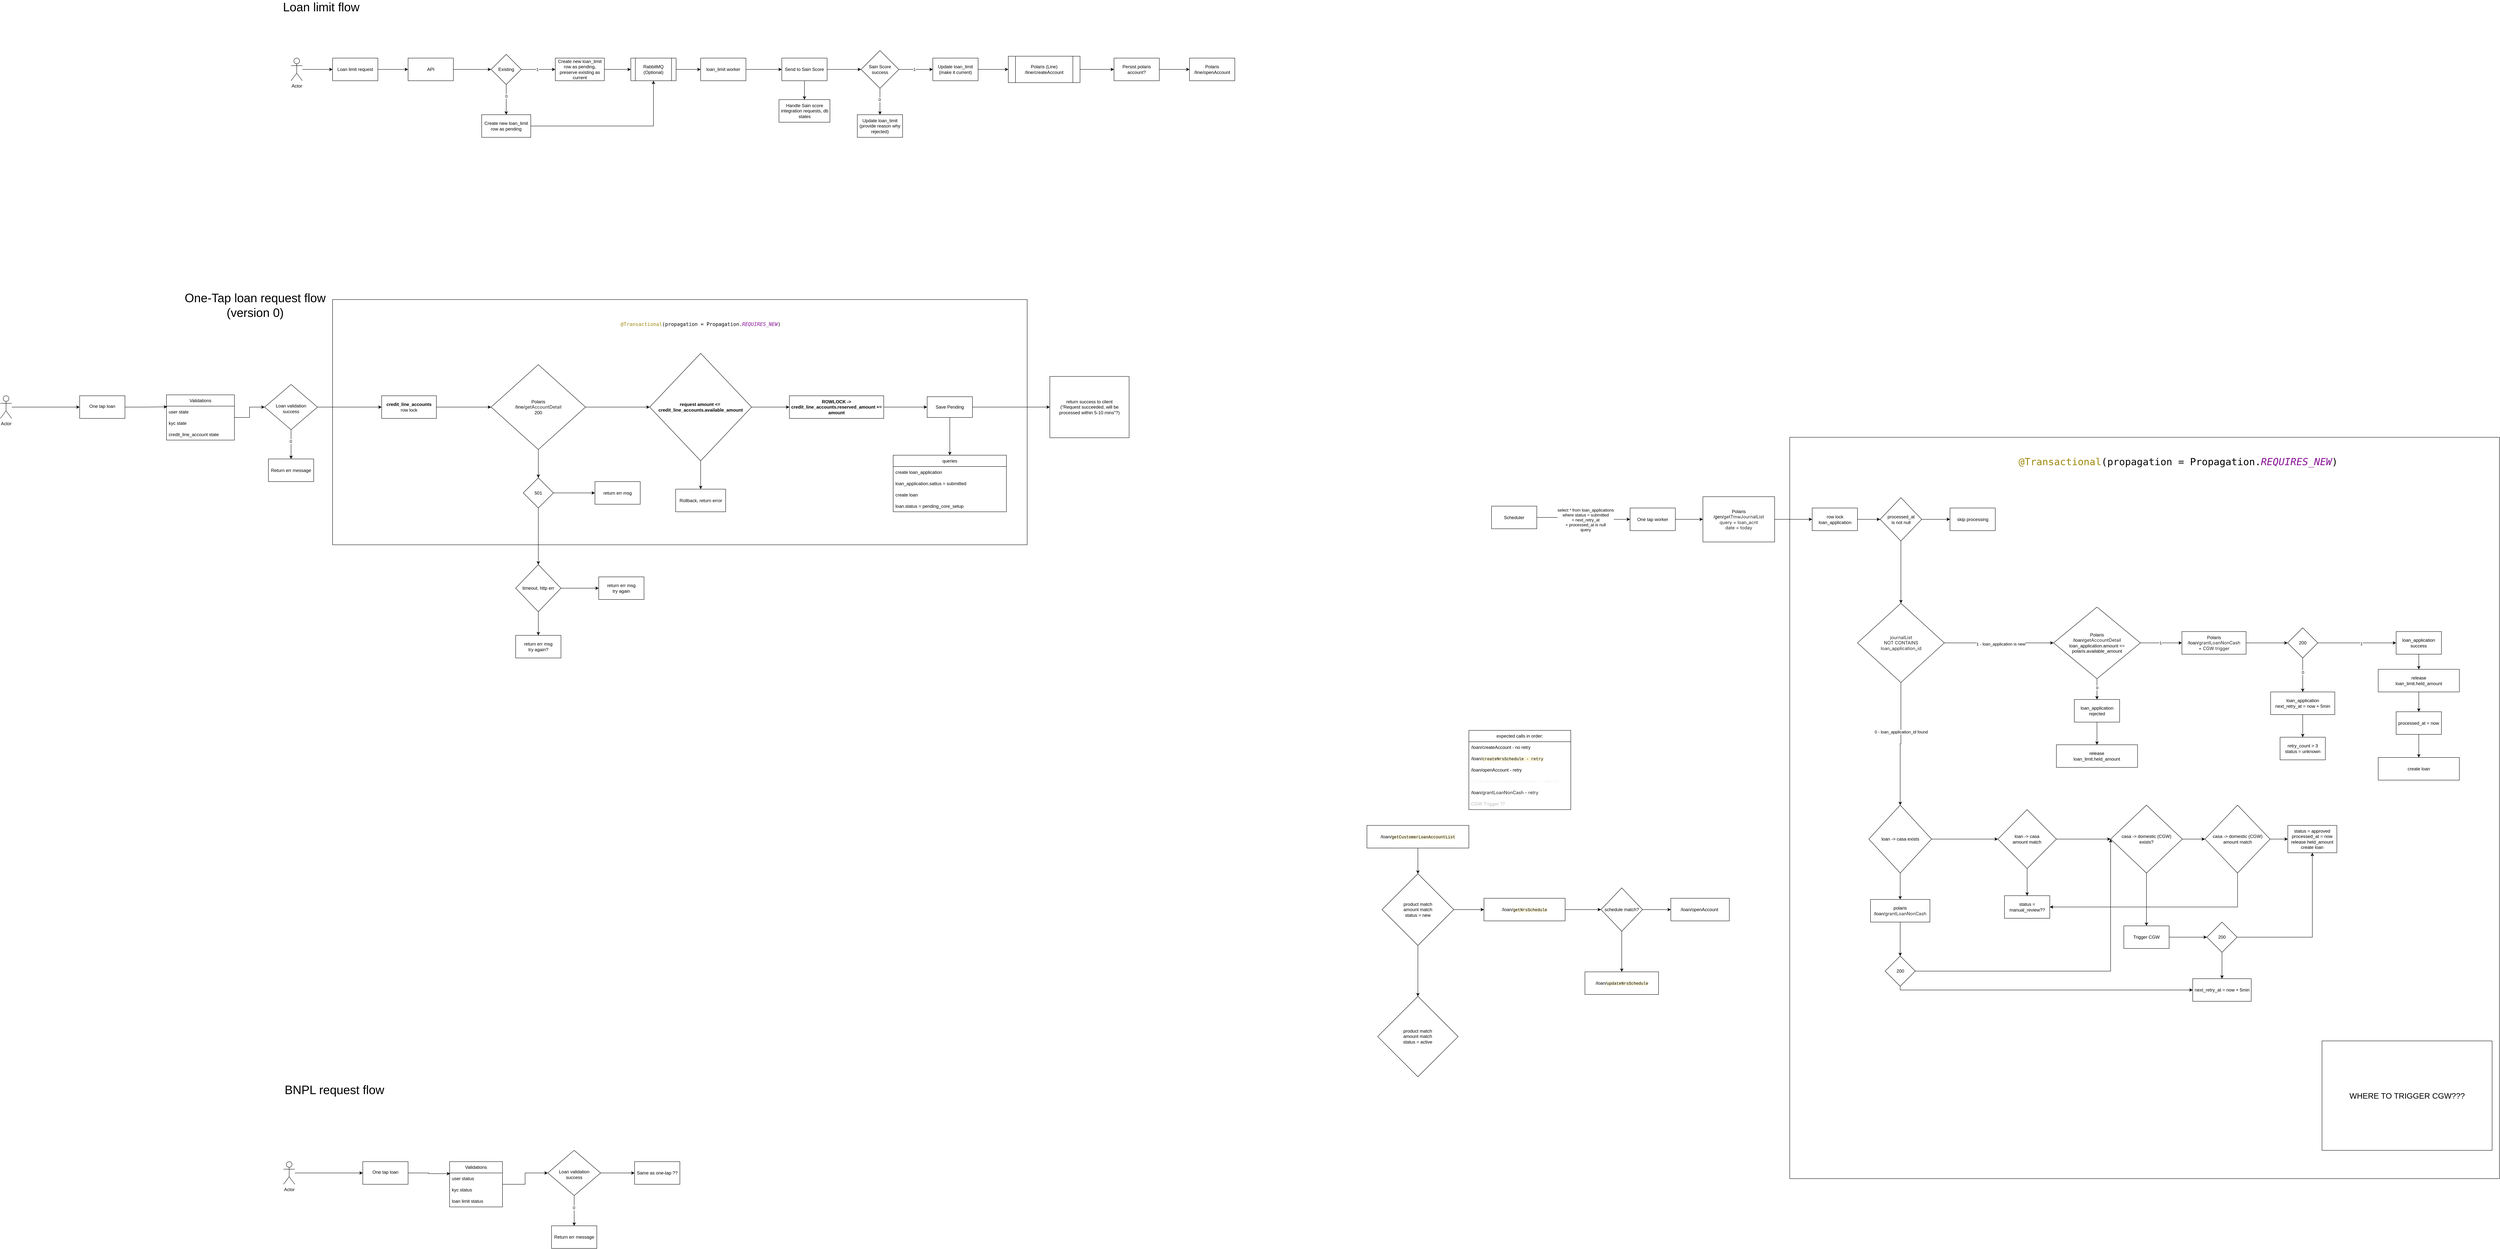
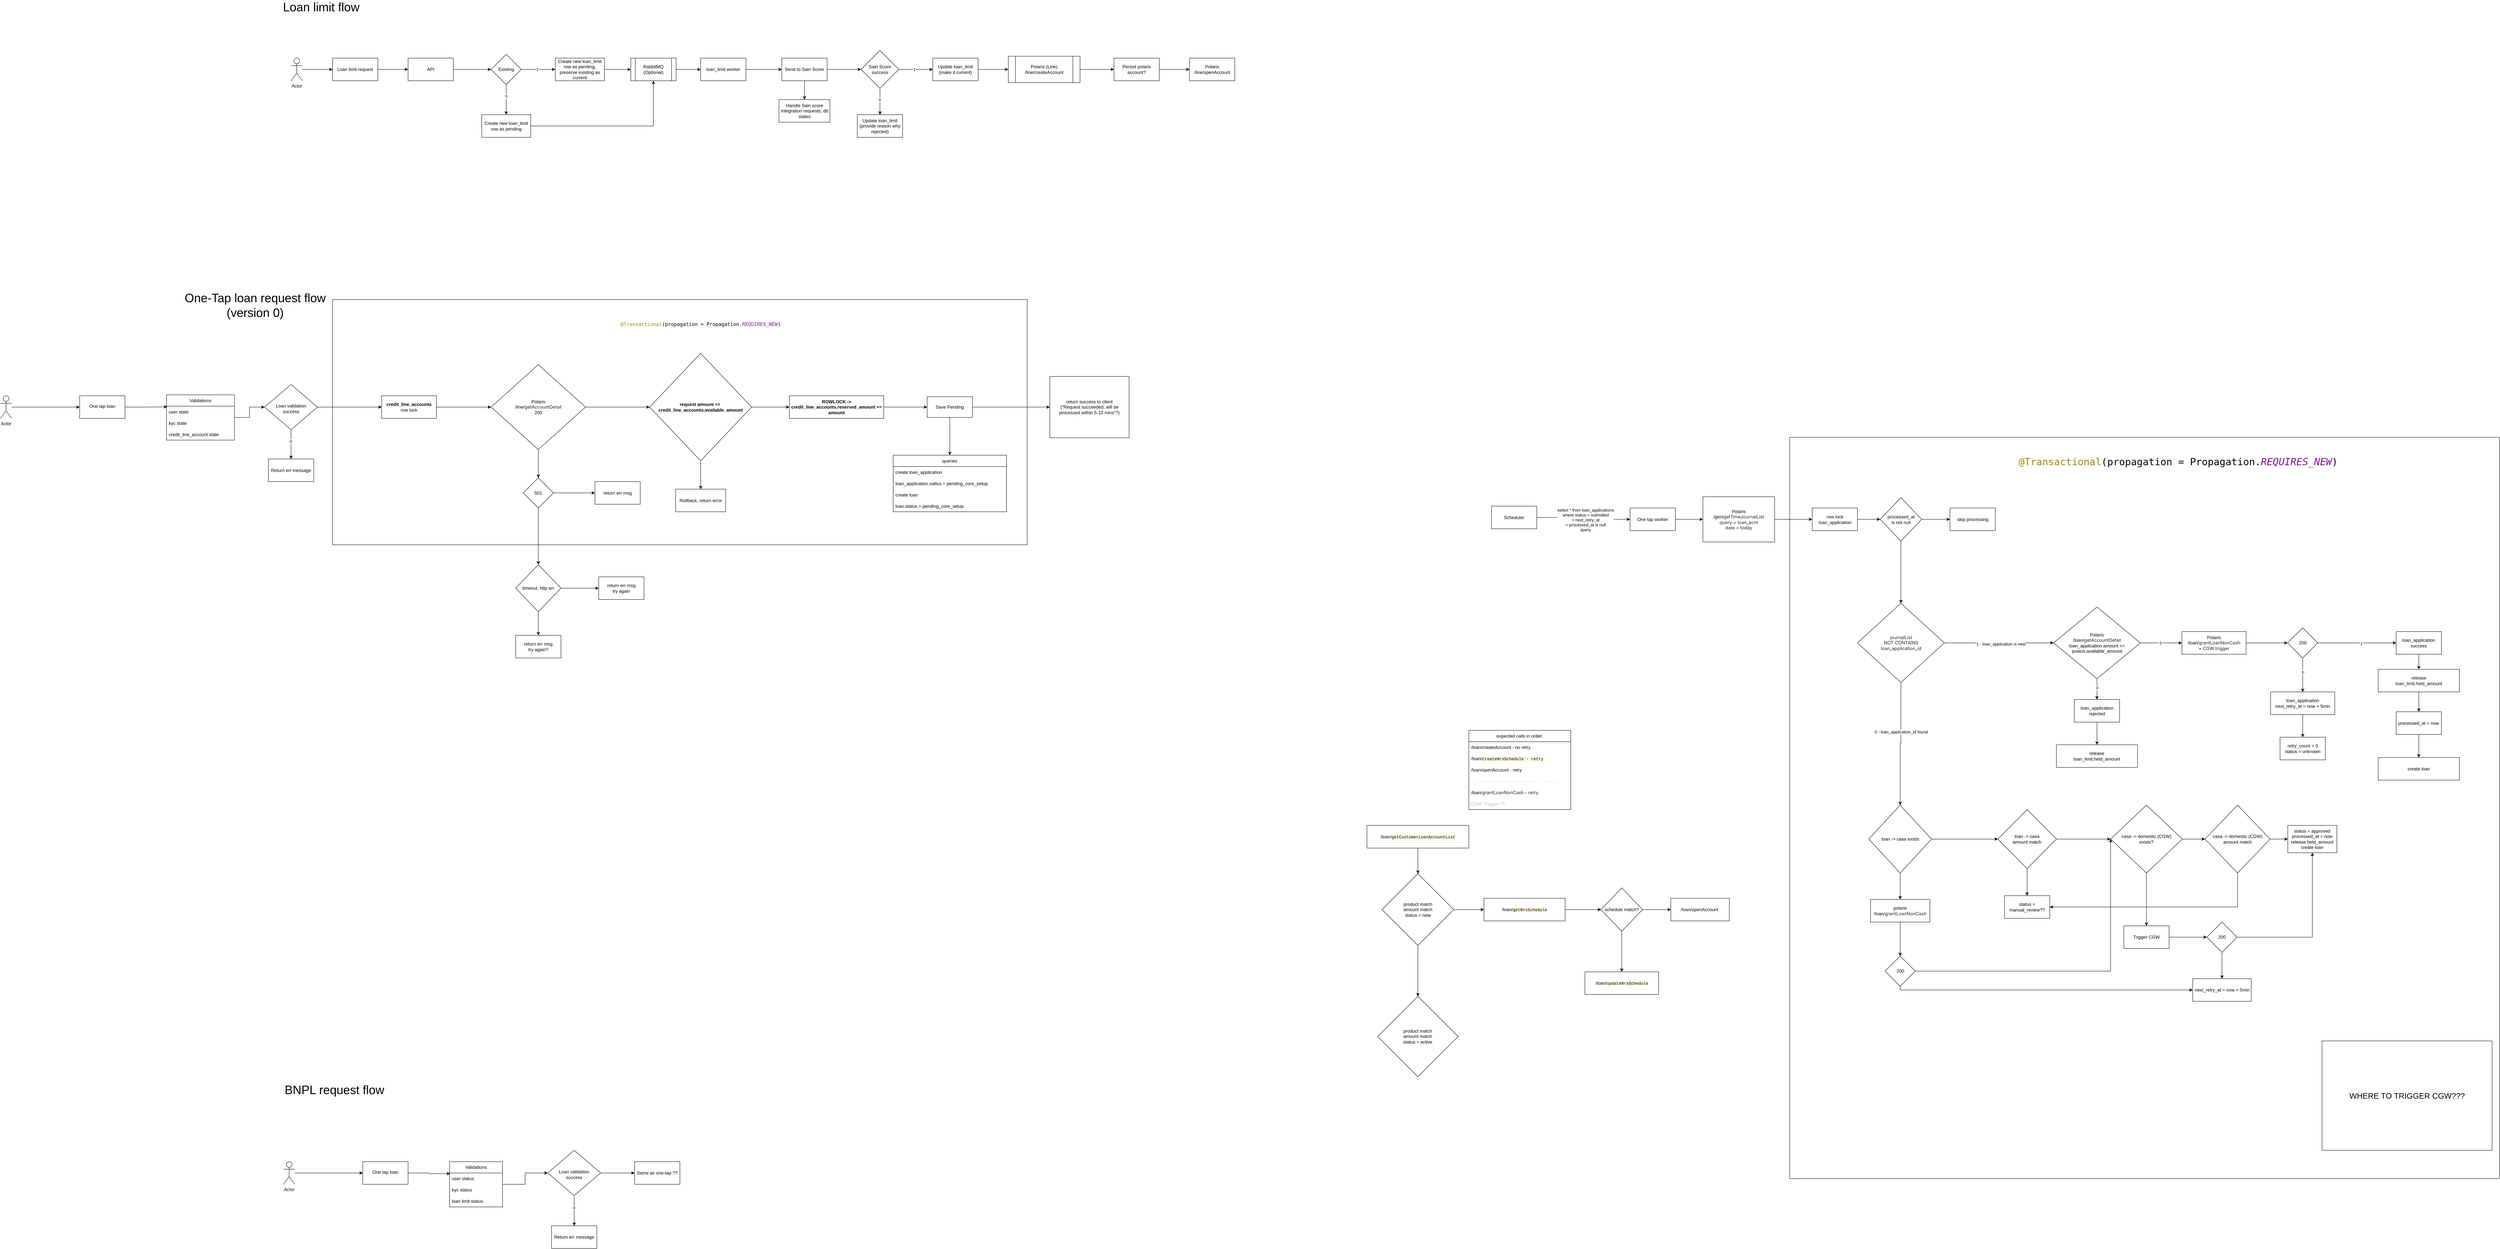
<mxfile host="app.diagrams.net">
  <diagram name="Page-1" id="VCBSuIh8bz7kurrQ0Zaz">
-     <mxGraphModel dx="2763" dy="1119" grid="1" gridSize="10" guides="1" tooltips="1" connect="1" arrows="1" fold="1" page="1" pageScale="1" pageWidth="850" pageHeight="1100" math="0" shadow="0">
+     <mxGraphModel dx="1966" dy="653" grid="1" gridSize="10" guides="1" tooltips="1" connect="1" arrows="1" fold="1" page="1" pageScale="1" pageWidth="850" pageHeight="1100" math="0" shadow="0">
      <root>
        <mxCell id="0" />
        <mxCell id="1" parent="0" />
        <mxCell id="In8fDh9ZLN2M87an2Miy-188" parent="1" style="rounded=0;whiteSpace=wrap;html=1;movable=0;resizable=0;rotatable=0;deletable=0;editable=0;locked=1;connectable=0;" value="" vertex="1">
          <mxGeometry height="1965" width="1880" x="4010" y="1215" as="geometry" />
        </mxCell>
        <mxCell id="In8fDh9ZLN2M87an2Miy-172" parent="1" style="rounded=0;whiteSpace=wrap;html=1;movable=0;resizable=0;rotatable=0;deletable=0;editable=0;locked=1;connectable=0;" value="" vertex="1">
          <mxGeometry height="650" width="1840" x="150" y="850" as="geometry" />
        </mxCell>
        <mxCell id="KqixbsF9o6dLofBvsG9t-5" edge="1" parent="1" source="KqixbsF9o6dLofBvsG9t-1" style="edgeStyle=orthogonalEdgeStyle;rounded=0;orthogonalLoop=1;jettySize=auto;html=1;" target="KqixbsF9o6dLofBvsG9t-4" value="">
          <mxGeometry relative="1" as="geometry" />
        </mxCell>
        <mxCell id="KqixbsF9o6dLofBvsG9t-1" parent="1" style="rounded=0;whiteSpace=wrap;html=1;" value="Loan limit request" vertex="1">
          <mxGeometry height="60" width="120" x="150" y="210" as="geometry" />
        </mxCell>
        <mxCell id="KqixbsF9o6dLofBvsG9t-3" edge="1" parent="1" source="KqixbsF9o6dLofBvsG9t-2" style="edgeStyle=orthogonalEdgeStyle;rounded=0;orthogonalLoop=1;jettySize=auto;html=1;" target="KqixbsF9o6dLofBvsG9t-1" value="">
          <mxGeometry relative="1" as="geometry" />
        </mxCell>
        <mxCell id="KqixbsF9o6dLofBvsG9t-2" parent="1" style="shape=umlActor;verticalLabelPosition=bottom;verticalAlign=top;html=1;outlineConnect=0;" value="Actor" vertex="1">
          <mxGeometry height="60" width="30" x="40" y="210" as="geometry" />
        </mxCell>
        <mxCell id="KqixbsF9o6dLofBvsG9t-9" edge="1" parent="1" source="KqixbsF9o6dLofBvsG9t-4" style="edgeStyle=orthogonalEdgeStyle;rounded=0;orthogonalLoop=1;jettySize=auto;html=1;" target="KqixbsF9o6dLofBvsG9t-8" value="">
          <mxGeometry relative="1" as="geometry" />
        </mxCell>
        <mxCell id="KqixbsF9o6dLofBvsG9t-4" parent="1" style="rounded=0;whiteSpace=wrap;html=1;" value="API" vertex="1">
          <mxGeometry height="60" width="120" x="350" y="210" as="geometry" />
        </mxCell>
        <mxCell id="KqixbsF9o6dLofBvsG9t-11" edge="1" parent="1" source="KqixbsF9o6dLofBvsG9t-8" style="edgeStyle=orthogonalEdgeStyle;rounded=0;orthogonalLoop=1;jettySize=auto;html=1;" target="KqixbsF9o6dLofBvsG9t-10" value="">
          <mxGeometry relative="1" as="geometry" />
        </mxCell>
        <mxCell id="KqixbsF9o6dLofBvsG9t-12" connectable="0" parent="KqixbsF9o6dLofBvsG9t-11" style="edgeLabel;html=1;align=center;verticalAlign=middle;resizable=0;points=[];" value="1" vertex="1">
          <mxGeometry relative="1" x="-0.079" as="geometry">
            <mxPoint as="offset" />
          </mxGeometry>
        </mxCell>
        <mxCell id="KqixbsF9o6dLofBvsG9t-14" edge="1" parent="1" source="KqixbsF9o6dLofBvsG9t-8" style="edgeStyle=orthogonalEdgeStyle;rounded=0;orthogonalLoop=1;jettySize=auto;html=1;" target="KqixbsF9o6dLofBvsG9t-13" value="">
          <mxGeometry relative="1" as="geometry" />
        </mxCell>
        <mxCell id="KqixbsF9o6dLofBvsG9t-15" connectable="0" parent="KqixbsF9o6dLofBvsG9t-14" style="edgeLabel;html=1;align=center;verticalAlign=middle;resizable=0;points=[];" value="0" vertex="1">
          <mxGeometry relative="1" x="-0.2407" as="geometry">
            <mxPoint as="offset" />
          </mxGeometry>
        </mxCell>
        <mxCell id="KqixbsF9o6dLofBvsG9t-8" parent="1" style="rhombus;whiteSpace=wrap;html=1;rounded=0;" value="Existing" vertex="1">
          <mxGeometry height="80" width="80" x="570" y="200" as="geometry" />
        </mxCell>
        <mxCell id="KqixbsF9o6dLofBvsG9t-23" edge="1" parent="1" source="KqixbsF9o6dLofBvsG9t-10" style="edgeStyle=orthogonalEdgeStyle;rounded=0;orthogonalLoop=1;jettySize=auto;html=1;" target="KqixbsF9o6dLofBvsG9t-22" value="">
          <mxGeometry relative="1" as="geometry" />
        </mxCell>
        <mxCell id="KqixbsF9o6dLofBvsG9t-10" parent="1" style="whiteSpace=wrap;html=1;rounded=0;" value="Create new loan_limit row as pending, preserve existing as current" vertex="1">
          <mxGeometry height="60" width="130" x="740" y="210" as="geometry" />
        </mxCell>
        <mxCell id="KqixbsF9o6dLofBvsG9t-26" edge="1" parent="1" source="KqixbsF9o6dLofBvsG9t-13" style="edgeStyle=orthogonalEdgeStyle;rounded=0;orthogonalLoop=1;jettySize=auto;html=1;entryX=0.5;entryY=1;entryDx=0;entryDy=0;" target="KqixbsF9o6dLofBvsG9t-22">
          <mxGeometry relative="1" as="geometry" />
        </mxCell>
        <mxCell id="KqixbsF9o6dLofBvsG9t-13" parent="1" style="whiteSpace=wrap;html=1;rounded=0;" value="Create new loan_limit row as pending" vertex="1">
          <mxGeometry height="60" width="130" x="545" y="360" as="geometry" />
        </mxCell>
        <mxCell id="KqixbsF9o6dLofBvsG9t-25" edge="1" parent="1" source="KqixbsF9o6dLofBvsG9t-22" style="edgeStyle=orthogonalEdgeStyle;rounded=0;orthogonalLoop=1;jettySize=auto;html=1;" target="KqixbsF9o6dLofBvsG9t-24" value="">
          <mxGeometry relative="1" as="geometry" />
        </mxCell>
        <mxCell id="KqixbsF9o6dLofBvsG9t-22" parent="1" style="shape=process;whiteSpace=wrap;html=1;backgroundOutline=1;rounded=0;" value="RabbitMQ (Optional)" vertex="1">
          <mxGeometry height="60" width="120" x="940" y="210" as="geometry" />
        </mxCell>
        <mxCell id="KqixbsF9o6dLofBvsG9t-28" edge="1" parent="1" source="KqixbsF9o6dLofBvsG9t-24" style="edgeStyle=orthogonalEdgeStyle;rounded=0;orthogonalLoop=1;jettySize=auto;html=1;" target="KqixbsF9o6dLofBvsG9t-27" value="">
          <mxGeometry relative="1" as="geometry" />
        </mxCell>
        <mxCell id="KqixbsF9o6dLofBvsG9t-24" parent="1" style="whiteSpace=wrap;html=1;rounded=0;" value="loan_limit worker" vertex="1">
          <mxGeometry height="60" width="120" x="1125" y="210" as="geometry" />
        </mxCell>
        <mxCell id="KqixbsF9o6dLofBvsG9t-30" edge="1" parent="1" source="KqixbsF9o6dLofBvsG9t-27" style="edgeStyle=orthogonalEdgeStyle;rounded=0;orthogonalLoop=1;jettySize=auto;html=1;" target="KqixbsF9o6dLofBvsG9t-29" value="">
          <mxGeometry relative="1" as="geometry" />
        </mxCell>
        <mxCell id="KqixbsF9o6dLofBvsG9t-38" edge="1" parent="1" source="KqixbsF9o6dLofBvsG9t-27" style="edgeStyle=orthogonalEdgeStyle;rounded=0;orthogonalLoop=1;jettySize=auto;html=1;" target="KqixbsF9o6dLofBvsG9t-37" value="">
          <mxGeometry relative="1" as="geometry" />
        </mxCell>
        <mxCell id="KqixbsF9o6dLofBvsG9t-27" parent="1" style="whiteSpace=wrap;html=1;rounded=0;" value="Send to Sain Score" vertex="1">
          <mxGeometry height="60" width="120" x="1340" y="210" as="geometry" />
        </mxCell>
        <mxCell id="KqixbsF9o6dLofBvsG9t-32" edge="1" parent="1" source="KqixbsF9o6dLofBvsG9t-29" style="edgeStyle=orthogonalEdgeStyle;rounded=0;orthogonalLoop=1;jettySize=auto;html=1;" target="KqixbsF9o6dLofBvsG9t-31" value="">
          <mxGeometry relative="1" as="geometry" />
        </mxCell>
        <mxCell id="KqixbsF9o6dLofBvsG9t-33" connectable="0" parent="KqixbsF9o6dLofBvsG9t-32" style="edgeLabel;html=1;align=center;verticalAlign=middle;resizable=0;points=[];" value="1" vertex="1">
          <mxGeometry relative="1" x="-0.1048" as="geometry">
            <mxPoint as="offset" />
          </mxGeometry>
        </mxCell>
        <mxCell id="KqixbsF9o6dLofBvsG9t-35" edge="1" parent="1" source="KqixbsF9o6dLofBvsG9t-29" style="edgeStyle=orthogonalEdgeStyle;rounded=0;orthogonalLoop=1;jettySize=auto;html=1;" target="KqixbsF9o6dLofBvsG9t-34" value="">
          <mxGeometry relative="1" as="geometry" />
        </mxCell>
        <mxCell id="KqixbsF9o6dLofBvsG9t-36" connectable="0" parent="KqixbsF9o6dLofBvsG9t-35" style="edgeLabel;html=1;align=center;verticalAlign=middle;resizable=0;points=[];" value="0" vertex="1">
          <mxGeometry relative="1" x="-0.1429" y="-1" as="geometry">
            <mxPoint as="offset" />
          </mxGeometry>
        </mxCell>
        <mxCell id="KqixbsF9o6dLofBvsG9t-29" parent="1" style="rhombus;whiteSpace=wrap;html=1;rounded=0;" value="Sain Score success" vertex="1">
          <mxGeometry height="100" width="100" x="1550" y="190" as="geometry" />
        </mxCell>
        <mxCell id="KqixbsF9o6dLofBvsG9t-66" edge="1" parent="1" source="KqixbsF9o6dLofBvsG9t-31" style="edgeStyle=orthogonalEdgeStyle;rounded=0;orthogonalLoop=1;jettySize=auto;html=1;" target="KqixbsF9o6dLofBvsG9t-65" value="">
          <mxGeometry relative="1" as="geometry" />
        </mxCell>
        <mxCell id="KqixbsF9o6dLofBvsG9t-31" parent="1" style="whiteSpace=wrap;html=1;rounded=0;" value="Update loan_limit (make it current)" vertex="1">
          <mxGeometry height="60" width="120" x="1740" y="210" as="geometry" />
        </mxCell>
        <mxCell id="KqixbsF9o6dLofBvsG9t-34" parent="1" style="whiteSpace=wrap;html=1;rounded=0;" value="Update loan_limit&lt;br&gt;(provide reason why rejected)" vertex="1">
          <mxGeometry height="60" width="120" x="1540" y="360" as="geometry" />
        </mxCell>
        <mxCell id="KqixbsF9o6dLofBvsG9t-37" parent="1" style="whiteSpace=wrap;html=1;rounded=0;" value="Handle Sain score integration requests, db states" vertex="1">
          <mxGeometry height="60" width="135" x="1332.5" y="320" as="geometry" />
        </mxCell>
        <mxCell id="KqixbsF9o6dLofBvsG9t-40" parent="1" style="text;html=1;whiteSpace=wrap;strokeColor=none;fillColor=none;align=center;verticalAlign=middle;rounded=0;fontSize=32;" value="Loan limit flow" vertex="1">
          <mxGeometry height="30" width="260" x="-10" y="60" as="geometry" />
        </mxCell>
        <mxCell id="KqixbsF9o6dLofBvsG9t-74" edge="1" parent="1" source="KqixbsF9o6dLofBvsG9t-65" style="edgeStyle=orthogonalEdgeStyle;rounded=0;orthogonalLoop=1;jettySize=auto;html=1;" target="KqixbsF9o6dLofBvsG9t-73" value="">
          <mxGeometry relative="1" as="geometry" />
        </mxCell>
        <mxCell id="KqixbsF9o6dLofBvsG9t-65" parent="1" style="shape=process;whiteSpace=wrap;html=1;backgroundOutline=1;rounded=0;" value="Polaris (Line)&lt;br&gt;/line/createAccount" vertex="1">
          <mxGeometry height="70" width="190" x="1940" y="205" as="geometry" />
        </mxCell>
        <mxCell id="P7TJZT1PVnBYbLh7lMs1-4" edge="1" parent="1" source="KqixbsF9o6dLofBvsG9t-73" style="edgeStyle=orthogonalEdgeStyle;rounded=0;orthogonalLoop=1;jettySize=auto;html=1;" target="P7TJZT1PVnBYbLh7lMs1-3" value="">
          <mxGeometry relative="1" as="geometry" />
        </mxCell>
        <mxCell id="KqixbsF9o6dLofBvsG9t-73" parent="1" style="whiteSpace=wrap;html=1;rounded=0;" value="Persist polaris account?" vertex="1">
          <mxGeometry height="60" width="120" x="2220" y="210" as="geometry" />
        </mxCell>
        <mxCell id="U8Ajh8Gpa-m2DNKNFQys-1" parent="1" style="text;html=1;whiteSpace=wrap;strokeColor=none;fillColor=none;align=center;verticalAlign=middle;rounded=0;fontSize=32;" value="One-Tap loan request flow (version 0)" vertex="1">
          <mxGeometry height="30" width="470" x="-290" y="850" as="geometry" />
        </mxCell>
        <mxCell id="In8fDh9ZLN2M87an2Miy-1" edge="1" parent="1" source="In8fDh9ZLN2M87an2Miy-2" style="edgeStyle=orthogonalEdgeStyle;rounded=0;orthogonalLoop=1;jettySize=auto;html=1;" target="In8fDh9ZLN2M87an2Miy-4" value="">
          <mxGeometry relative="1" as="geometry" />
        </mxCell>
        <mxCell id="In8fDh9ZLN2M87an2Miy-2" parent="1" style="shape=umlActor;verticalLabelPosition=bottom;verticalAlign=top;html=1;outlineConnect=0;" value="Actor" vertex="1">
          <mxGeometry height="60" width="30" x="-730" y="1105" as="geometry" />
        </mxCell>
        <mxCell id="In8fDh9ZLN2M87an2Miy-3" edge="1" parent="1" source="In8fDh9ZLN2M87an2Miy-4" style="edgeStyle=orthogonalEdgeStyle;rounded=0;orthogonalLoop=1;jettySize=auto;html=1;entryX=0.011;entryY=0.06;entryDx=0;entryDy=0;entryPerimeter=0;" target="In8fDh9ZLN2M87an2Miy-28" value="">
          <mxGeometry relative="1" as="geometry">
            <mxPoint x="-310" y="1132.5" as="targetPoint" />
          </mxGeometry>
        </mxCell>
        <mxCell id="In8fDh9ZLN2M87an2Miy-4" parent="1" style="whiteSpace=wrap;html=1;verticalAlign=top;" value="&lt;div&gt;&lt;br&gt;&lt;/div&gt;&lt;div&gt;One tap loan&lt;/div&gt;" vertex="1">
          <mxGeometry height="60" width="120" x="-520" y="1105" as="geometry" />
        </mxCell>
        <mxCell id="In8fDh9ZLN2M87an2Miy-7" edge="1" parent="1" source="In8fDh9ZLN2M87an2Miy-9" style="edgeStyle=orthogonalEdgeStyle;rounded=0;orthogonalLoop=1;jettySize=auto;html=1;" target="In8fDh9ZLN2M87an2Miy-13" value="">
          <mxGeometry relative="1" as="geometry" />
        </mxCell>
        <mxCell id="In8fDh9ZLN2M87an2Miy-8" connectable="0" parent="In8fDh9ZLN2M87an2Miy-7" style="edgeLabel;html=1;align=center;verticalAlign=middle;resizable=0;points=[];" value="0" vertex="1">
          <mxGeometry relative="1" x="-0.2091" y="-1" as="geometry">
            <mxPoint as="offset" />
          </mxGeometry>
        </mxCell>
        <mxCell id="P7TJZT1PVnBYbLh7lMs1-36" edge="1" parent="1" source="In8fDh9ZLN2M87an2Miy-9" style="edgeStyle=orthogonalEdgeStyle;rounded=0;orthogonalLoop=1;jettySize=auto;html=1;entryX=0;entryY=0.5;entryDx=0;entryDy=0;" target="In8fDh9ZLN2M87an2Miy-161">
          <mxGeometry relative="1" as="geometry" />
        </mxCell>
        <mxCell id="In8fDh9ZLN2M87an2Miy-9" parent="1" style="rhombus;whiteSpace=wrap;html=1;verticalAlign=top;" value="&lt;br&gt;&lt;br&gt;&lt;div&gt;&lt;br&gt;&lt;/div&gt;&lt;div&gt;Loan validation&lt;br&gt;success&lt;/div&gt;" vertex="1">
          <mxGeometry height="120" width="140" x="-30" y="1075" as="geometry" />
        </mxCell>
        <mxCell id="In8fDh9ZLN2M87an2Miy-10" edge="1" parent="1" source="In8fDh9ZLN2M87an2Miy-12" style="edgeStyle=orthogonalEdgeStyle;rounded=0;orthogonalLoop=1;jettySize=auto;html=1;entryX=0.5;entryY=0;entryDx=0;entryDy=0;" target="In8fDh9ZLN2M87an2Miy-14">
          <mxGeometry relative="1" as="geometry" />
        </mxCell>
        <mxCell id="In8fDh9ZLN2M87an2Miy-54" edge="1" parent="1" source="In8fDh9ZLN2M87an2Miy-105" style="edgeStyle=orthogonalEdgeStyle;rounded=0;orthogonalLoop=1;jettySize=auto;html=1;exitX=1;exitY=0.5;exitDx=0;exitDy=0;" target="In8fDh9ZLN2M87an2Miy-53" value="">
          <mxGeometry relative="1" as="geometry">
            <mxPoint x="3329.5" y="1432.5" as="sourcePoint" />
          </mxGeometry>
        </mxCell>
        <mxCell id="In8fDh9ZLN2M87an2Miy-55" connectable="0" parent="In8fDh9ZLN2M87an2Miy-54" style="edgeLabel;html=1;align=center;verticalAlign=middle;resizable=0;points=[];" value="select * from loan_applications&lt;br&gt;where status = submitted&lt;br&gt;+ next_retry_at&lt;br&gt;+ processed_at is null&lt;br&gt;query" vertex="1">
          <mxGeometry relative="1" x="0.0637" y="-1" as="geometry">
            <mxPoint as="offset" />
          </mxGeometry>
        </mxCell>
        <mxCell id="In8fDh9ZLN2M87an2Miy-246" edge="1" parent="1" source="In8fDh9ZLN2M87an2Miy-12" style="edgeStyle=orthogonalEdgeStyle;rounded=0;orthogonalLoop=1;jettySize=auto;html=1;entryX=0;entryY=0.5;entryDx=0;entryDy=0;" target="In8fDh9ZLN2M87an2Miy-185">
          <mxGeometry relative="1" as="geometry">
            <mxPoint x="2120" y="1137" as="targetPoint" />
          </mxGeometry>
        </mxCell>
        <mxCell id="In8fDh9ZLN2M87an2Miy-12" parent="1" style="whiteSpace=wrap;html=1;verticalAlign=middle;" value="Save Pending" vertex="1">
          <mxGeometry height="55" width="120" x="1725" y="1107.5" as="geometry" />
        </mxCell>
        <mxCell id="In8fDh9ZLN2M87an2Miy-13" parent="1" style="whiteSpace=wrap;html=1;verticalAlign=middle;" value="Return err message" vertex="1">
          <mxGeometry height="60" width="120" x="-20" y="1272.5" as="geometry" />
        </mxCell>
        <mxCell id="In8fDh9ZLN2M87an2Miy-14" parent="1" style="swimlane;fontStyle=0;childLayout=stackLayout;horizontal=1;startSize=30;horizontalStack=0;resizeParent=1;resizeParentMax=0;resizeLast=0;collapsible=1;marginBottom=0;whiteSpace=wrap;html=1;" value="queries" vertex="1">
          <mxGeometry height="150" width="300" x="1635" y="1262.5" as="geometry" />
        </mxCell>
        <mxCell id="In8fDh9ZLN2M87an2Miy-15" parent="In8fDh9ZLN2M87an2Miy-14" style="text;strokeColor=none;fillColor=none;align=left;verticalAlign=middle;spacingLeft=4;spacingRight=4;overflow=hidden;points=[[0,0.5],[1,0.5]];portConstraint=eastwest;rotatable=0;whiteSpace=wrap;html=1;" value="create loan_application" vertex="1">
          <mxGeometry height="30" width="300" y="30" as="geometry" />
        </mxCell>
-         <mxCell id="In8fDh9ZLN2M87an2Miy-104" parent="In8fDh9ZLN2M87an2Miy-14" style="text;strokeColor=none;fillColor=none;align=left;verticalAlign=middle;spacingLeft=4;spacingRight=4;overflow=hidden;points=[[0,0.5],[1,0.5]];portConstraint=eastwest;rotatable=0;whiteSpace=wrap;html=1;" value="loan_application.sattus = submitted" vertex="1">
+         <mxCell id="In8fDh9ZLN2M87an2Miy-104" parent="In8fDh9ZLN2M87an2Miy-14" style="text;strokeColor=none;fillColor=none;align=left;verticalAlign=middle;spacingLeft=4;spacingRight=4;overflow=hidden;points=[[0,0.5],[1,0.5]];portConstraint=eastwest;rotatable=0;whiteSpace=wrap;html=1;" value="loan_application.sattus = pending_core_setup" vertex="1">
          <mxGeometry height="30" width="300" y="60" as="geometry" />
        </mxCell>
        <mxCell id="In8fDh9ZLN2M87an2Miy-17" parent="In8fDh9ZLN2M87an2Miy-14" style="text;strokeColor=none;fillColor=none;align=left;verticalAlign=middle;spacingLeft=4;spacingRight=4;overflow=hidden;points=[[0,0.5],[1,0.5]];portConstraint=eastwest;rotatable=0;whiteSpace=wrap;html=1;" value="create loan" vertex="1">
          <mxGeometry height="30" width="300" y="90" as="geometry" />
        </mxCell>
        <mxCell id="P7TJZT1PVnBYbLh7lMs1-40" parent="In8fDh9ZLN2M87an2Miy-14" style="text;strokeColor=none;fillColor=none;align=left;verticalAlign=middle;spacingLeft=4;spacingRight=4;overflow=hidden;points=[[0,0.5],[1,0.5]];portConstraint=eastwest;rotatable=0;whiteSpace=wrap;html=1;" value="loan.status = pending_core_setup" vertex="1">
          <mxGeometry height="30" width="300" y="120" as="geometry" />
        </mxCell>
        <mxCell id="In8fDh9ZLN2M87an2Miy-32" edge="1" parent="1" source="In8fDh9ZLN2M87an2Miy-27" style="edgeStyle=orthogonalEdgeStyle;rounded=0;orthogonalLoop=1;jettySize=auto;html=1;entryX=0;entryY=0.5;entryDx=0;entryDy=0;" target="In8fDh9ZLN2M87an2Miy-9">
          <mxGeometry relative="1" as="geometry" />
        </mxCell>
        <mxCell id="In8fDh9ZLN2M87an2Miy-27" parent="1" style="swimlane;fontStyle=0;childLayout=stackLayout;horizontal=1;startSize=30;horizontalStack=0;resizeParent=1;resizeParentMax=0;resizeLast=0;collapsible=1;marginBottom=0;whiteSpace=wrap;html=1;" value="Validations" vertex="1">
          <mxGeometry height="120" width="180" x="-290" y="1102.5" as="geometry" />
        </mxCell>
        <mxCell id="In8fDh9ZLN2M87an2Miy-28" parent="In8fDh9ZLN2M87an2Miy-27" style="text;strokeColor=none;fillColor=none;align=left;verticalAlign=middle;spacingLeft=4;spacingRight=4;overflow=hidden;points=[[0,0.5],[1,0.5]];portConstraint=eastwest;rotatable=0;whiteSpace=wrap;html=1;" value="user state" vertex="1">
          <mxGeometry height="30" width="180" y="30" as="geometry" />
        </mxCell>
        <mxCell id="In8fDh9ZLN2M87an2Miy-29" parent="In8fDh9ZLN2M87an2Miy-27" style="text;strokeColor=none;fillColor=none;align=left;verticalAlign=middle;spacingLeft=4;spacingRight=4;overflow=hidden;points=[[0,0.5],[1,0.5]];portConstraint=eastwest;rotatable=0;whiteSpace=wrap;html=1;" value="kyc state" vertex="1">
          <mxGeometry height="30" width="180" y="60" as="geometry" />
        </mxCell>
        <mxCell id="In8fDh9ZLN2M87an2Miy-33" parent="In8fDh9ZLN2M87an2Miy-27" style="text;strokeColor=none;fillColor=none;align=left;verticalAlign=middle;spacingLeft=4;spacingRight=4;overflow=hidden;points=[[0,0.5],[1,0.5]];portConstraint=eastwest;rotatable=0;whiteSpace=wrap;html=1;" value="credit_line_account state" vertex="1">
          <mxGeometry height="30" width="180" y="90" as="geometry" />
        </mxCell>
        <mxCell id="In8fDh9ZLN2M87an2Miy-116" edge="1" parent="1" source="In8fDh9ZLN2M87an2Miy-53" style="edgeStyle=orthogonalEdgeStyle;rounded=0;orthogonalLoop=1;jettySize=auto;html=1;entryX=0;entryY=0.5;entryDx=0;entryDy=0;" target="In8fDh9ZLN2M87an2Miy-68">
          <mxGeometry relative="1" as="geometry" />
        </mxCell>
        <mxCell id="In8fDh9ZLN2M87an2Miy-53" parent="1" style="whiteSpace=wrap;html=1;" value="One tap worker" vertex="1">
          <mxGeometry height="60" width="120" x="3587" y="1402.5" as="geometry" />
        </mxCell>
        <mxCell id="In8fDh9ZLN2M87an2Miy-67" edge="1" parent="1" source="In8fDh9ZLN2M87an2Miy-58" style="edgeStyle=orthogonalEdgeStyle;rounded=0;orthogonalLoop=1;jettySize=auto;html=1;entryX=0;entryY=0.5;entryDx=0;entryDy=0;" target="In8fDh9ZLN2M87an2Miy-66" value="">
          <mxGeometry relative="1" as="geometry">
            <mxPoint x="5343.87" y="1760" as="targetPoint" />
          </mxGeometry>
        </mxCell>
        <mxCell id="In8fDh9ZLN2M87an2Miy-58" parent="1" style="whiteSpace=wrap;html=1;" value="Polaris /loan/&lt;span style=&quot;color: rgb(33, 33, 33); font-family: Inter, system-ui, -apple-system, &amp;quot;system-ui&amp;quot;, &amp;quot;Segoe UI&amp;quot;, Roboto, Oxygen, Ubuntu, Cantarell, &amp;quot;Fira Sans&amp;quot;, &amp;quot;Droid Sans&amp;quot;, Helvetica, Arial, sans-serif; text-align: left; white-space: pre-wrap; background-color: rgb(255, 255, 255);&quot;&gt;grantLoanNonCash&lt;br/&gt;+ CGW trigger&lt;/span&gt;" vertex="1">
          <mxGeometry height="60" width="170" x="5048.87" y="1730" as="geometry" />
        </mxCell>
        <mxCell id="In8fDh9ZLN2M87an2Miy-62" edge="1" parent="1" source="In8fDh9ZLN2M87an2Miy-59" style="edgeStyle=orthogonalEdgeStyle;rounded=0;orthogonalLoop=1;jettySize=auto;html=1;" target="In8fDh9ZLN2M87an2Miy-61" value="">
          <mxGeometry relative="1" as="geometry" />
        </mxCell>
        <mxCell id="In8fDh9ZLN2M87an2Miy-91" connectable="0" parent="In8fDh9ZLN2M87an2Miy-62" style="edgeLabel;html=1;align=center;verticalAlign=middle;resizable=0;points=[];" value="0" vertex="1">
          <mxGeometry relative="1" x="-0.1431" as="geometry">
            <mxPoint as="offset" />
          </mxGeometry>
        </mxCell>
        <mxCell id="In8fDh9ZLN2M87an2Miy-65" edge="1" parent="1" source="In8fDh9ZLN2M87an2Miy-59" style="edgeStyle=orthogonalEdgeStyle;rounded=0;orthogonalLoop=1;jettySize=auto;html=1;" target="In8fDh9ZLN2M87an2Miy-58">
          <mxGeometry relative="1" as="geometry" />
        </mxCell>
        <mxCell id="In8fDh9ZLN2M87an2Miy-90" connectable="0" parent="In8fDh9ZLN2M87an2Miy-65" style="edgeLabel;html=1;align=center;verticalAlign=middle;resizable=0;points=[];" value="1" vertex="1">
          <mxGeometry relative="1" x="-0.0451" as="geometry">
            <mxPoint as="offset" />
          </mxGeometry>
        </mxCell>
        <mxCell id="In8fDh9ZLN2M87an2Miy-59" parent="1" style="rhombus;whiteSpace=wrap;html=1;" value="Polaris&lt;br&gt;/loan/&lt;span style=&quot;color: rgb(33, 33, 33); font-family: Inter, system-ui, -apple-system, &amp;quot;system-ui&amp;quot;, &amp;quot;Segoe UI&amp;quot;, Roboto, Oxygen, Ubuntu, Cantarell, &amp;quot;Fira Sans&amp;quot;, &amp;quot;Droid Sans&amp;quot;, Helvetica, Arial, sans-serif; text-align: left; white-space: pre-wrap; background-color: rgb(255, 255, 255);&quot;&gt;getAccountDetail&lt;/span&gt;&lt;br&gt;loan_application.amount &amp;lt;= polaris.available_amount" vertex="1">
          <mxGeometry height="190" width="230" x="4708.87" y="1665" as="geometry" />
        </mxCell>
        <mxCell id="In8fDh9ZLN2M87an2Miy-64" edge="1" parent="1" source="In8fDh9ZLN2M87an2Miy-61" style="edgeStyle=orthogonalEdgeStyle;rounded=0;orthogonalLoop=1;jettySize=auto;html=1;" target="In8fDh9ZLN2M87an2Miy-63" value="">
          <mxGeometry relative="1" as="geometry" />
        </mxCell>
        <mxCell id="In8fDh9ZLN2M87an2Miy-61" parent="1" style="whiteSpace=wrap;html=1;" value="loan_application&lt;br&gt;rejected" vertex="1">
          <mxGeometry height="60" width="120" x="4763.87" y="1910" as="geometry" />
        </mxCell>
        <mxCell id="In8fDh9ZLN2M87an2Miy-63" parent="1" style="whiteSpace=wrap;html=1;" value="release &lt;br&gt;loan_limit.held_amount" vertex="1">
          <mxGeometry height="60" width="215" x="4716.37" y="2030" as="geometry" />
        </mxCell>
        <mxCell id="In8fDh9ZLN2M87an2Miy-81" edge="1" parent="1" source="In8fDh9ZLN2M87an2Miy-66" style="edgeStyle=orthogonalEdgeStyle;rounded=0;orthogonalLoop=1;jettySize=auto;html=1;entryX=0;entryY=0.5;entryDx=0;entryDy=0;" target="In8fDh9ZLN2M87an2Miy-79">
          <mxGeometry relative="1" as="geometry" />
        </mxCell>
        <mxCell id="In8fDh9ZLN2M87an2Miy-92" connectable="0" parent="In8fDh9ZLN2M87an2Miy-81" style="edgeLabel;html=1;align=center;verticalAlign=middle;resizable=0;points=[];" value="1" vertex="1">
          <mxGeometry relative="1" x="0.1055" y="-2" as="geometry">
            <mxPoint as="offset" />
          </mxGeometry>
        </mxCell>
        <mxCell id="In8fDh9ZLN2M87an2Miy-83" edge="1" parent="1" source="In8fDh9ZLN2M87an2Miy-66" style="edgeStyle=orthogonalEdgeStyle;rounded=0;orthogonalLoop=1;jettySize=auto;html=1;" target="In8fDh9ZLN2M87an2Miy-82" value="">
          <mxGeometry relative="1" as="geometry" />
        </mxCell>
        <mxCell id="In8fDh9ZLN2M87an2Miy-93" connectable="0" parent="In8fDh9ZLN2M87an2Miy-83" style="edgeLabel;html=1;align=center;verticalAlign=middle;resizable=0;points=[];" value="0" vertex="1">
          <mxGeometry relative="1" x="-0.1623" as="geometry">
            <mxPoint as="offset" />
          </mxGeometry>
        </mxCell>
        <mxCell id="In8fDh9ZLN2M87an2Miy-66" parent="1" style="rhombus;whiteSpace=wrap;html=1;" value="200" vertex="1">
          <mxGeometry height="80" width="80" x="5328.87" y="1720" as="geometry" />
        </mxCell>
        <mxCell id="In8fDh9ZLN2M87an2Miy-119" edge="1" parent="1" source="In8fDh9ZLN2M87an2Miy-68" style="edgeStyle=orthogonalEdgeStyle;rounded=0;orthogonalLoop=1;jettySize=auto;html=1;" target="In8fDh9ZLN2M87an2Miy-118" value="">
          <mxGeometry relative="1" as="geometry" />
        </mxCell>
        <mxCell id="In8fDh9ZLN2M87an2Miy-68" parent="1" style="whiteSpace=wrap;html=1;" value="Polaris&lt;br&gt;/gen/&lt;span style=&quot;white-space: pre-wrap; color: rgb(33, 33, 33); font-family: Inter, system-ui, -apple-system, &amp;quot;system-ui&amp;quot;, &amp;quot;Segoe UI&amp;quot;, Roboto, Oxygen, Ubuntu, Cantarell, &amp;quot;Fira Sans&amp;quot;, &amp;quot;Droid Sans&amp;quot;, Helvetica, Arial, sans-serif; text-align: left; background-color: rgb(255, 255, 255);&quot;&gt;getTmwJournalList&lt;br&gt;query = loan_acnt&lt;br/&gt;date = today&lt;/span&gt;" vertex="1">
          <mxGeometry height="120" width="190" x="3780" y="1372.5" as="geometry" />
        </mxCell>
        <mxCell id="In8fDh9ZLN2M87an2Miy-71" edge="1" parent="1" source="In8fDh9ZLN2M87an2Miy-69" style="edgeStyle=orthogonalEdgeStyle;rounded=0;orthogonalLoop=1;jettySize=auto;html=1;entryX=0;entryY=0.5;entryDx=0;entryDy=0;" target="In8fDh9ZLN2M87an2Miy-59">
          <mxGeometry relative="1" as="geometry" />
        </mxCell>
        <mxCell id="In8fDh9ZLN2M87an2Miy-77" connectable="0" parent="In8fDh9ZLN2M87an2Miy-71" style="edgeLabel;html=1;align=center;verticalAlign=middle;resizable=0;points=[];" value="1 - loan_application is new" vertex="1">
          <mxGeometry relative="1" x="0.0312" y="-3" as="geometry">
            <mxPoint as="offset" />
          </mxGeometry>
        </mxCell>
        <mxCell id="In8fDh9ZLN2M87an2Miy-73" edge="1" parent="1" source="In8fDh9ZLN2M87an2Miy-69" style="edgeStyle=orthogonalEdgeStyle;rounded=0;orthogonalLoop=1;jettySize=auto;html=1;entryX=0.5;entryY=0;entryDx=0;entryDy=0;" target="In8fDh9ZLN2M87an2Miy-111" value="">
          <mxGeometry relative="1" as="geometry">
            <mxPoint x="4303.87" y="1960" as="targetPoint" />
          </mxGeometry>
        </mxCell>
        <mxCell id="In8fDh9ZLN2M87an2Miy-74" connectable="0" parent="In8fDh9ZLN2M87an2Miy-73" style="edgeLabel;html=1;align=center;verticalAlign=middle;resizable=0;points=[];" value="0 - loan_application_id found" vertex="1">
          <mxGeometry relative="1" x="-0.1975" as="geometry">
            <mxPoint as="offset" />
          </mxGeometry>
        </mxCell>
        <mxCell id="In8fDh9ZLN2M87an2Miy-69" parent="1" style="rhombus;whiteSpace=wrap;html=1;verticalAlign=middle;" value="&lt;div style=&quot;text-align: center;&quot;&gt;&lt;span style=&quot;background-color: light-dark(rgb(255, 255, 255), rgb(18, 18, 18)); color: light-dark(rgb(33, 33, 33), rgb(209, 209, 209)); font-family: Inter, system-ui, -apple-system, &amp;quot;system-ui&amp;quot;, &amp;quot;Segoe UI&amp;quot;, Roboto, Oxygen, Ubuntu, Cantarell, &amp;quot;Fira Sans&amp;quot;, &amp;quot;Droid Sans&amp;quot;, Helvetica, Arial, sans-serif; text-align: left; white-space: pre-wrap;&quot;&gt;journalList&lt;br&gt;NOT CONTAINS&lt;/span&gt;&lt;/div&gt;&lt;span style=&quot;white-space: pre-wrap; color: rgb(33, 33, 33); font-family: Inter, system-ui, -apple-system, &amp;quot;system-ui&amp;quot;, &amp;quot;Segoe UI&amp;quot;, Roboto, Oxygen, Ubuntu, Cantarell, &amp;quot;Fira Sans&amp;quot;, &amp;quot;Droid Sans&amp;quot;, Helvetica, Arial, sans-serif; text-align: left; background-color: rgb(255, 255, 255);&quot;&gt;loan_application_id&lt;/span&gt;" vertex="1">
          <mxGeometry height="210" width="230" x="4189.5" y="1655" as="geometry" />
        </mxCell>
        <mxCell id="In8fDh9ZLN2M87an2Miy-78" edge="1" parent="1" source="In8fDh9ZLN2M87an2Miy-79" style="edgeStyle=orthogonalEdgeStyle;rounded=0;orthogonalLoop=1;jettySize=auto;html=1;" target="In8fDh9ZLN2M87an2Miy-80" value="">
          <mxGeometry relative="1" as="geometry" />
        </mxCell>
        <mxCell id="In8fDh9ZLN2M87an2Miy-79" parent="1" style="whiteSpace=wrap;html=1;" value="loan_application&lt;br&gt;success" vertex="1">
          <mxGeometry height="60" width="120" x="5616.37" y="1730" as="geometry" />
        </mxCell>
        <mxCell id="In8fDh9ZLN2M87an2Miy-132" edge="1" parent="1" source="In8fDh9ZLN2M87an2Miy-80" style="edgeStyle=orthogonalEdgeStyle;rounded=0;orthogonalLoop=1;jettySize=auto;html=1;" target="In8fDh9ZLN2M87an2Miy-131" value="">
          <mxGeometry relative="1" as="geometry" />
        </mxCell>
        <mxCell id="In8fDh9ZLN2M87an2Miy-80" parent="1" style="whiteSpace=wrap;html=1;" value="release &lt;br&gt;loan_limit.held_amount" vertex="1">
          <mxGeometry height="60" width="215" x="5568.87" y="1830" as="geometry" />
        </mxCell>
        <mxCell id="In8fDh9ZLN2M87an2Miy-95" edge="1" parent="1" source="In8fDh9ZLN2M87an2Miy-82" style="edgeStyle=orthogonalEdgeStyle;rounded=0;orthogonalLoop=1;jettySize=auto;html=1;" target="In8fDh9ZLN2M87an2Miy-94" value="">
          <mxGeometry relative="1" as="geometry" />
        </mxCell>
        <mxCell id="In8fDh9ZLN2M87an2Miy-82" parent="1" style="whiteSpace=wrap;html=1;" value="loan_application&lt;br&gt;next_retry_at = now + 5min" vertex="1">
          <mxGeometry height="60" width="170" x="5283.87" y="1890" as="geometry" />
        </mxCell>
        <mxCell id="In8fDh9ZLN2M87an2Miy-88" parent="1" style="whiteSpace=wrap;html=1;" value="create loan" vertex="1">
          <mxGeometry height="60" width="215" x="5568.87" y="2063.75" as="geometry" />
        </mxCell>
        <mxCell id="In8fDh9ZLN2M87an2Miy-94" parent="1" style="whiteSpace=wrap;html=1;" value="retry_count &amp;gt; 3&lt;br&gt;status = unknown" vertex="1">
          <mxGeometry height="60" width="120" x="5308.87" y="2010" as="geometry" />
        </mxCell>
        <mxCell id="In8fDh9ZLN2M87an2Miy-105" parent="1" style="rounded=0;whiteSpace=wrap;html=1;" value="Scheduler" vertex="1">
          <mxGeometry height="60" width="120" x="3220" y="1397.5" as="geometry" />
        </mxCell>
        <mxCell id="In8fDh9ZLN2M87an2Miy-127" edge="1" parent="1" source="In8fDh9ZLN2M87an2Miy-111" style="edgeStyle=orthogonalEdgeStyle;rounded=0;orthogonalLoop=1;jettySize=auto;html=1;" target="In8fDh9ZLN2M87an2Miy-126" value="">
          <mxGeometry relative="1" as="geometry" />
        </mxCell>
        <mxCell id="In8fDh9ZLN2M87an2Miy-135" edge="1" parent="1" source="In8fDh9ZLN2M87an2Miy-111" style="edgeStyle=orthogonalEdgeStyle;rounded=0;orthogonalLoop=1;jettySize=auto;html=1;entryX=0;entryY=0.5;entryDx=0;entryDy=0;" target="In8fDh9ZLN2M87an2Miy-222">
          <mxGeometry relative="1" as="geometry">
            <mxPoint x="4520" y="2280" as="targetPoint" />
          </mxGeometry>
        </mxCell>
        <mxCell id="In8fDh9ZLN2M87an2Miy-111" parent="1" style="rhombus;whiteSpace=wrap;html=1;" value="loan -&amp;gt; casa exists" vertex="1">
          <mxGeometry height="180" width="166.25" x="4219.5" y="2190" as="geometry" />
        </mxCell>
        <mxCell id="In8fDh9ZLN2M87an2Miy-113" parent="1" style="whiteSpace=wrap;html=1;" value="status = approved&lt;br&gt;processed_at = now&lt;br&gt;release held_amount&lt;br&gt;create loan" vertex="1">
          <mxGeometry height="72.5" width="130" x="5329.37" y="2243.75" as="geometry" />
        </mxCell>
        <mxCell id="In8fDh9ZLN2M87an2Miy-122" edge="1" parent="1" source="In8fDh9ZLN2M87an2Miy-118" style="edgeStyle=orthogonalEdgeStyle;rounded=0;orthogonalLoop=1;jettySize=auto;html=1;" target="In8fDh9ZLN2M87an2Miy-121" value="">
          <mxGeometry relative="1" as="geometry" />
        </mxCell>
        <mxCell id="In8fDh9ZLN2M87an2Miy-118" parent="1" style="whiteSpace=wrap;html=1;" value="row lock&lt;br&gt;loan_application" vertex="1">
          <mxGeometry height="60" width="120" x="4069.5" y="1402.5" as="geometry" />
        </mxCell>
        <mxCell id="In8fDh9ZLN2M87an2Miy-124" edge="1" parent="1" source="In8fDh9ZLN2M87an2Miy-121" style="edgeStyle=orthogonalEdgeStyle;rounded=0;orthogonalLoop=1;jettySize=auto;html=1;" target="In8fDh9ZLN2M87an2Miy-123" value="">
          <mxGeometry relative="1" as="geometry" />
        </mxCell>
        <mxCell id="In8fDh9ZLN2M87an2Miy-125" edge="1" parent="1" source="In8fDh9ZLN2M87an2Miy-121" style="edgeStyle=orthogonalEdgeStyle;rounded=0;orthogonalLoop=1;jettySize=auto;html=1;entryX=0.5;entryY=0;entryDx=0;entryDy=0;" target="In8fDh9ZLN2M87an2Miy-69">
          <mxGeometry relative="1" as="geometry" />
        </mxCell>
        <mxCell id="In8fDh9ZLN2M87an2Miy-121" parent="1" style="rhombus;whiteSpace=wrap;html=1;" value="processed_at &lt;br&gt;is not null" vertex="1">
          <mxGeometry height="115" width="110" x="4249.5" y="1375" as="geometry" />
        </mxCell>
        <mxCell id="In8fDh9ZLN2M87an2Miy-123" parent="1" style="whiteSpace=wrap;html=1;" value="skip processing" vertex="1">
          <mxGeometry height="60" width="120" x="4434.5" y="1402.5" as="geometry" />
        </mxCell>
        <mxCell id="In8fDh9ZLN2M87an2Miy-216" edge="1" parent="1" source="In8fDh9ZLN2M87an2Miy-126" style="edgeStyle=orthogonalEdgeStyle;rounded=0;orthogonalLoop=1;jettySize=auto;html=1;entryX=0.5;entryY=0;entryDx=0;entryDy=0;" target="In8fDh9ZLN2M87an2Miy-214">
          <mxGeometry relative="1" as="geometry" />
        </mxCell>
        <mxCell id="In8fDh9ZLN2M87an2Miy-126" parent="1" style="whiteSpace=wrap;html=1;" value="polaris&lt;br&gt;/loan/&lt;span style=&quot;white-space: pre-wrap; color: rgb(33, 33, 33); font-family: Inter, system-ui, -apple-system, &amp;quot;system-ui&amp;quot;, &amp;quot;Segoe UI&amp;quot;, Roboto, Oxygen, Ubuntu, Cantarell, &amp;quot;Fira Sans&amp;quot;, &amp;quot;Droid Sans&amp;quot;, Helvetica, Arial, sans-serif; text-align: left; background-color: rgb(255, 255, 255);&quot;&gt;grantLoanNonCash&lt;/span&gt;" vertex="1">
          <mxGeometry height="60" width="157.38" x="4223.93" y="2440" as="geometry" />
        </mxCell>
        <mxCell id="In8fDh9ZLN2M87an2Miy-130" parent="1" style="rounded=0;whiteSpace=wrap;html=1;fontSize=21;" value="WHERE TO TRIGGER CGW???" vertex="1">
          <mxGeometry height="290" width="450.63" x="5420" y="2815" as="geometry" />
        </mxCell>
        <mxCell id="In8fDh9ZLN2M87an2Miy-133" edge="1" parent="1" source="In8fDh9ZLN2M87an2Miy-131" style="edgeStyle=orthogonalEdgeStyle;rounded=0;orthogonalLoop=1;jettySize=auto;html=1;" target="In8fDh9ZLN2M87an2Miy-88" value="">
          <mxGeometry relative="1" as="geometry" />
        </mxCell>
        <mxCell id="In8fDh9ZLN2M87an2Miy-131" parent="1" style="whiteSpace=wrap;html=1;" value="processed_at = now" vertex="1">
          <mxGeometry height="60" width="120" x="5616.37" y="1942.5" as="geometry" />
        </mxCell>
        <mxCell id="In8fDh9ZLN2M87an2Miy-141" edge="1" parent="1" source="In8fDh9ZLN2M87an2Miy-134" style="edgeStyle=orthogonalEdgeStyle;rounded=0;orthogonalLoop=1;jettySize=auto;html=1;entryX=0;entryY=0.5;entryDx=0;entryDy=0;" target="In8fDh9ZLN2M87an2Miy-139">
          <mxGeometry relative="1" as="geometry" />
        </mxCell>
        <mxCell id="In8fDh9ZLN2M87an2Miy-145" edge="1" parent="1" source="In8fDh9ZLN2M87an2Miy-134" style="edgeStyle=orthogonalEdgeStyle;rounded=0;orthogonalLoop=1;jettySize=auto;html=1;" target="In8fDh9ZLN2M87an2Miy-144" value="">
          <mxGeometry relative="1" as="geometry" />
        </mxCell>
        <mxCell id="In8fDh9ZLN2M87an2Miy-134" parent="1" style="rhombus;whiteSpace=wrap;html=1;" value="casa -&amp;gt; domestic (CGW)&lt;br&gt;exists?" vertex="1">
          <mxGeometry height="180" width="190" x="4860" y="2190" as="geometry" />
        </mxCell>
        <mxCell id="In8fDh9ZLN2M87an2Miy-142" edge="1" parent="1" source="In8fDh9ZLN2M87an2Miy-139" style="edgeStyle=orthogonalEdgeStyle;rounded=0;orthogonalLoop=1;jettySize=auto;html=1;entryX=0;entryY=0.5;entryDx=0;entryDy=0;" target="In8fDh9ZLN2M87an2Miy-113">
          <mxGeometry relative="1" as="geometry" />
        </mxCell>
        <mxCell id="In8fDh9ZLN2M87an2Miy-227" edge="1" parent="1" source="In8fDh9ZLN2M87an2Miy-139" style="edgeStyle=orthogonalEdgeStyle;rounded=0;orthogonalLoop=1;jettySize=auto;html=1;entryX=1;entryY=0.5;entryDx=0;entryDy=0;" target="In8fDh9ZLN2M87an2Miy-225">
          <mxGeometry relative="1" as="geometry">
            <Array as="points">
              <mxPoint x="5196" y="2460" />
            </Array>
          </mxGeometry>
        </mxCell>
        <mxCell id="In8fDh9ZLN2M87an2Miy-139" parent="1" style="rhombus;whiteSpace=wrap;html=1;" value="casa -&amp;gt; domestic (CGW)&lt;br&gt;amount match" vertex="1">
          <mxGeometry height="180" width="172.5" x="5110" y="2190" as="geometry" />
        </mxCell>
        <mxCell id="In8fDh9ZLN2M87an2Miy-147" edge="1" parent="1" source="In8fDh9ZLN2M87an2Miy-144" style="edgeStyle=orthogonalEdgeStyle;rounded=0;orthogonalLoop=1;jettySize=auto;html=1;" target="In8fDh9ZLN2M87an2Miy-146" value="">
          <mxGeometry relative="1" as="geometry" />
        </mxCell>
        <mxCell id="In8fDh9ZLN2M87an2Miy-144" parent="1" style="whiteSpace=wrap;html=1;" value="Trigger CGW" vertex="1">
          <mxGeometry height="60" width="120" x="4895" y="2510" as="geometry" />
        </mxCell>
        <mxCell id="In8fDh9ZLN2M87an2Miy-148" edge="1" parent="1" source="In8fDh9ZLN2M87an2Miy-146" style="edgeStyle=orthogonalEdgeStyle;rounded=0;orthogonalLoop=1;jettySize=auto;html=1;entryX=0.5;entryY=1;entryDx=0;entryDy=0;" target="In8fDh9ZLN2M87an2Miy-113">
          <mxGeometry relative="1" as="geometry" />
        </mxCell>
        <mxCell id="In8fDh9ZLN2M87an2Miy-150" edge="1" parent="1" source="In8fDh9ZLN2M87an2Miy-146" style="edgeStyle=orthogonalEdgeStyle;rounded=0;orthogonalLoop=1;jettySize=auto;html=1;" target="In8fDh9ZLN2M87an2Miy-149" value="">
          <mxGeometry relative="1" as="geometry" />
        </mxCell>
        <mxCell id="In8fDh9ZLN2M87an2Miy-146" parent="1" style="rhombus;whiteSpace=wrap;html=1;" value="200" vertex="1">
          <mxGeometry height="80" width="80" x="5115" y="2500" as="geometry" />
        </mxCell>
        <mxCell id="In8fDh9ZLN2M87an2Miy-149" parent="1" style="whiteSpace=wrap;html=1;" value="next_retry_at = now + 5min" vertex="1">
          <mxGeometry height="60" width="155" x="5077.5" y="2650" as="geometry" />
        </mxCell>
        <mxCell id="In8fDh9ZLN2M87an2Miy-176" edge="1" parent="1" source="In8fDh9ZLN2M87an2Miy-152" style="edgeStyle=orthogonalEdgeStyle;rounded=0;orthogonalLoop=1;jettySize=auto;html=1;" target="In8fDh9ZLN2M87an2Miy-175" value="">
          <mxGeometry relative="1" as="geometry" />
        </mxCell>
        <mxCell id="In8fDh9ZLN2M87an2Miy-244" edge="1" parent="1" source="In8fDh9ZLN2M87an2Miy-152" style="edgeStyle=orthogonalEdgeStyle;rounded=0;orthogonalLoop=1;jettySize=auto;html=1;entryX=0;entryY=0.5;entryDx=0;entryDy=0;" target="In8fDh9ZLN2M87an2Miy-162">
          <mxGeometry relative="1" as="geometry" />
        </mxCell>
        <mxCell id="In8fDh9ZLN2M87an2Miy-152" parent="1" style="rhombus;whiteSpace=wrap;html=1;align=center;" value="&lt;div style=&quot;&quot;&gt;&lt;span style=&quot;background-color: transparent; color: light-dark(rgb(0, 0, 0), rgb(255, 255, 255));&quot;&gt;&lt;b&gt;request amount &amp;lt;=&amp;nbsp;&lt;br&gt;&lt;/b&gt;&lt;/span&gt;&lt;span style=&quot;font-weight: 700; background-color: transparent; color: light-dark(rgb(0, 0, 0), rgb(255, 255, 255));&quot;&gt;credit_line_accounts.available_amount&lt;/span&gt;&lt;/div&gt;" vertex="1">
          <mxGeometry height="285" width="270" x="990" y="992.5" as="geometry" />
        </mxCell>
        <mxCell id="P7TJZT1PVnBYbLh7lMs1-37" edge="1" parent="1" source="In8fDh9ZLN2M87an2Miy-161" style="edgeStyle=orthogonalEdgeStyle;rounded=0;orthogonalLoop=1;jettySize=auto;html=1;entryX=0;entryY=0.5;entryDx=0;entryDy=0;" target="In8fDh9ZLN2M87an2Miy-228">
          <mxGeometry relative="1" as="geometry" />
        </mxCell>
        <mxCell id="In8fDh9ZLN2M87an2Miy-161" parent="1" style="rounded=0;whiteSpace=wrap;html=1;" value="&lt;span style=&quot;font-weight: 700;&quot;&gt;credit_line_accounts&lt;br&gt;&lt;/span&gt;row lock" vertex="1">
          <mxGeometry height="60" width="145" x="280" y="1105" as="geometry" />
        </mxCell>
        <mxCell id="In8fDh9ZLN2M87an2Miy-165" edge="1" parent="1" source="In8fDh9ZLN2M87an2Miy-162" style="edgeStyle=orthogonalEdgeStyle;rounded=0;orthogonalLoop=1;jettySize=auto;html=1;" target="In8fDh9ZLN2M87an2Miy-12">
          <mxGeometry relative="1" as="geometry" />
        </mxCell>
        <mxCell id="In8fDh9ZLN2M87an2Miy-162" parent="1" style="rounded=0;whiteSpace=wrap;html=1;" value="&lt;span style=&quot;font-weight: 700; text-align: left;&quot;&gt;ROWLOCK -&amp;gt;&lt;br&gt;credit_line_accounts.reserved_amount += amount&lt;/span&gt;" vertex="1">
          <mxGeometry height="60" width="250" x="1360" y="1105" as="geometry" />
        </mxCell>
        <mxCell id="In8fDh9ZLN2M87an2Miy-174" parent="1" style="text;html=1;whiteSpace=wrap;strokeColor=none;fillColor=none;align=center;verticalAlign=middle;rounded=0;" value="&lt;div style=&quot;background-color:#ffffff;color:#080808&quot;&gt;&lt;pre style=&quot;font-family:&#39;JetBrains Mono&#39;,monospace;font-size:9.8pt;&quot;&gt;&lt;span style=&quot;color:#9e880d;&quot;&gt;@Transactional&lt;/span&gt;(propagation = &lt;span style=&quot;color:#000000;&quot;&gt;Propagation&lt;/span&gt;.&lt;span style=&quot;color:#871094;font-style:italic;&quot;&gt;REQUIRES_NEW&lt;/span&gt;)&lt;/pre&gt;&lt;/div&gt;" vertex="1">
          <mxGeometry height="30" width="240" x="1005" y="900" as="geometry" />
        </mxCell>
        <mxCell id="In8fDh9ZLN2M87an2Miy-175" parent="1" style="whiteSpace=wrap;html=1;" value="Rollback, return error" vertex="1">
          <mxGeometry height="60" width="132.5" x="1058.75" y="1352.5" as="geometry" />
        </mxCell>
        <mxCell id="In8fDh9ZLN2M87an2Miy-185" parent="1" style="whiteSpace=wrap;html=1;fontStyle=0;startSize=30;horizontal=1;" value="return success to client&lt;br&gt;(&quot;Request succeeded, will be processed within 5-10 mins&quot;?)" vertex="1">
          <mxGeometry height="162.5" width="210" x="2050" y="1053.75" as="geometry" />
        </mxCell>
        <mxCell id="In8fDh9ZLN2M87an2Miy-189" parent="1" style="text;html=1;whiteSpace=wrap;strokeColor=none;fillColor=none;align=center;verticalAlign=middle;rounded=0;fontSize=26;" value="&lt;div style=&quot;background-color:#ffffff;color:#080808&quot;&gt;&lt;pre style=&quot;font-family: &amp;quot;JetBrains Mono&amp;quot;, monospace;&quot;&gt;&lt;span style=&quot;color:#9e880d;&quot;&gt;@Transactional&lt;/span&gt;(propagation = &lt;span style=&quot;color:#000000;&quot;&gt;Propagation&lt;/span&gt;.&lt;span style=&quot;color:#871094;font-style:italic;&quot;&gt;REQUIRES_NEW&lt;/span&gt;)&lt;/pre&gt;&lt;/div&gt;" vertex="1">
          <mxGeometry height="30" width="240" x="4918.87" y="1265" as="geometry" />
        </mxCell>
        <mxCell id="In8fDh9ZLN2M87an2Miy-198" parent="1" style="text;html=1;whiteSpace=wrap;strokeColor=none;fillColor=none;align=center;verticalAlign=middle;rounded=0;fontSize=32;" value="BNPL request flow" vertex="1">
          <mxGeometry height="30" width="470" x="-80" y="2930" as="geometry" />
        </mxCell>
        <mxCell id="In8fDh9ZLN2M87an2Miy-199" edge="1" parent="1" source="In8fDh9ZLN2M87an2Miy-200" style="edgeStyle=orthogonalEdgeStyle;rounded=0;orthogonalLoop=1;jettySize=auto;html=1;" target="In8fDh9ZLN2M87an2Miy-202" value="">
          <mxGeometry relative="1" as="geometry" />
        </mxCell>
        <mxCell id="In8fDh9ZLN2M87an2Miy-200" parent="1" style="shape=umlActor;verticalLabelPosition=bottom;verticalAlign=top;html=1;outlineConnect=0;" value="Actor" vertex="1">
          <mxGeometry height="60" width="30" x="20" y="3135" as="geometry" />
        </mxCell>
        <mxCell id="In8fDh9ZLN2M87an2Miy-201" edge="1" parent="1" source="In8fDh9ZLN2M87an2Miy-202" style="edgeStyle=orthogonalEdgeStyle;rounded=0;orthogonalLoop=1;jettySize=auto;html=1;entryX=0.011;entryY=0.06;entryDx=0;entryDy=0;entryPerimeter=0;" target="In8fDh9ZLN2M87an2Miy-209" value="">
          <mxGeometry relative="1" as="geometry">
            <mxPoint x="440" y="3165" as="targetPoint" />
          </mxGeometry>
        </mxCell>
        <mxCell id="In8fDh9ZLN2M87an2Miy-202" parent="1" style="whiteSpace=wrap;html=1;verticalAlign=top;" value="&lt;div&gt;&lt;br&gt;&lt;/div&gt;&lt;div&gt;One tap loan&lt;/div&gt;" vertex="1">
          <mxGeometry height="60" width="120" x="230" y="3135" as="geometry" />
        </mxCell>
        <mxCell id="In8fDh9ZLN2M87an2Miy-203" edge="1" parent="1" source="In8fDh9ZLN2M87an2Miy-205" style="edgeStyle=orthogonalEdgeStyle;rounded=0;orthogonalLoop=1;jettySize=auto;html=1;" target="In8fDh9ZLN2M87an2Miy-206" value="">
          <mxGeometry relative="1" as="geometry" />
        </mxCell>
        <mxCell id="In8fDh9ZLN2M87an2Miy-204" connectable="0" parent="In8fDh9ZLN2M87an2Miy-203" style="edgeLabel;html=1;align=center;verticalAlign=middle;resizable=0;points=[];" value="0" vertex="1">
          <mxGeometry relative="1" x="-0.2091" y="-1" as="geometry">
            <mxPoint as="offset" />
          </mxGeometry>
        </mxCell>
        <mxCell id="In8fDh9ZLN2M87an2Miy-213" edge="1" parent="1" source="In8fDh9ZLN2M87an2Miy-205" style="edgeStyle=orthogonalEdgeStyle;rounded=0;orthogonalLoop=1;jettySize=auto;html=1;" target="In8fDh9ZLN2M87an2Miy-212" value="">
          <mxGeometry relative="1" as="geometry" />
        </mxCell>
        <mxCell id="In8fDh9ZLN2M87an2Miy-205" parent="1" style="rhombus;whiteSpace=wrap;html=1;verticalAlign=top;" value="&lt;br&gt;&lt;br&gt;&lt;div&gt;&lt;br&gt;&lt;/div&gt;&lt;div&gt;Loan validation&lt;br&gt;success&lt;/div&gt;" vertex="1">
          <mxGeometry height="120" width="140" x="720" y="3105" as="geometry" />
        </mxCell>
        <mxCell id="In8fDh9ZLN2M87an2Miy-206" parent="1" style="whiteSpace=wrap;html=1;verticalAlign=middle;" value="Return err message" vertex="1">
          <mxGeometry height="60" width="120" x="730" y="3305" as="geometry" />
        </mxCell>
        <mxCell id="In8fDh9ZLN2M87an2Miy-207" edge="1" parent="1" source="In8fDh9ZLN2M87an2Miy-208" style="edgeStyle=orthogonalEdgeStyle;rounded=0;orthogonalLoop=1;jettySize=auto;html=1;entryX=0;entryY=0.5;entryDx=0;entryDy=0;" target="In8fDh9ZLN2M87an2Miy-205">
          <mxGeometry relative="1" as="geometry" />
        </mxCell>
        <mxCell id="In8fDh9ZLN2M87an2Miy-208" parent="1" style="swimlane;fontStyle=0;childLayout=stackLayout;horizontal=1;startSize=30;horizontalStack=0;resizeParent=1;resizeParentMax=0;resizeLast=0;collapsible=1;marginBottom=0;whiteSpace=wrap;html=1;" value="Validations" vertex="1">
          <mxGeometry height="120" width="140" x="460" y="3135" as="geometry" />
        </mxCell>
        <mxCell id="In8fDh9ZLN2M87an2Miy-209" parent="In8fDh9ZLN2M87an2Miy-208" style="text;strokeColor=none;fillColor=none;align=left;verticalAlign=middle;spacingLeft=4;spacingRight=4;overflow=hidden;points=[[0,0.5],[1,0.5]];portConstraint=eastwest;rotatable=0;whiteSpace=wrap;html=1;" value="user status" vertex="1">
          <mxGeometry height="30" width="140" y="30" as="geometry" />
        </mxCell>
        <mxCell id="In8fDh9ZLN2M87an2Miy-210" parent="In8fDh9ZLN2M87an2Miy-208" style="text;strokeColor=none;fillColor=none;align=left;verticalAlign=middle;spacingLeft=4;spacingRight=4;overflow=hidden;points=[[0,0.5],[1,0.5]];portConstraint=eastwest;rotatable=0;whiteSpace=wrap;html=1;" value="kyc status" vertex="1">
          <mxGeometry height="30" width="140" y="60" as="geometry" />
        </mxCell>
        <mxCell id="In8fDh9ZLN2M87an2Miy-211" parent="In8fDh9ZLN2M87an2Miy-208" style="text;strokeColor=none;fillColor=none;align=left;verticalAlign=middle;spacingLeft=4;spacingRight=4;overflow=hidden;points=[[0,0.5],[1,0.5]];portConstraint=eastwest;rotatable=0;whiteSpace=wrap;html=1;" value="loan limit status" vertex="1">
          <mxGeometry height="30" width="140" y="90" as="geometry" />
        </mxCell>
        <mxCell id="In8fDh9ZLN2M87an2Miy-212" parent="1" style="whiteSpace=wrap;html=1;verticalAlign=middle;" value="Same as one-tap ??" vertex="1">
          <mxGeometry height="60" width="120" x="950" y="3135" as="geometry" />
        </mxCell>
        <mxCell id="In8fDh9ZLN2M87an2Miy-218" edge="1" parent="1" source="In8fDh9ZLN2M87an2Miy-214" style="edgeStyle=orthogonalEdgeStyle;rounded=0;orthogonalLoop=1;jettySize=auto;html=1;entryX=0;entryY=0.5;entryDx=0;entryDy=0;" target="In8fDh9ZLN2M87an2Miy-134">
          <mxGeometry relative="1" as="geometry">
            <Array as="points">
              <mxPoint x="4860" y="2630" />
            </Array>
          </mxGeometry>
        </mxCell>
        <mxCell id="In8fDh9ZLN2M87an2Miy-221" edge="1" parent="1" source="In8fDh9ZLN2M87an2Miy-214" style="edgeStyle=orthogonalEdgeStyle;rounded=0;orthogonalLoop=1;jettySize=auto;html=1;entryX=0;entryY=0.5;entryDx=0;entryDy=0;" target="In8fDh9ZLN2M87an2Miy-149">
          <mxGeometry relative="1" as="geometry">
            <Array as="points">
              <mxPoint x="4303" y="2680" />
            </Array>
          </mxGeometry>
        </mxCell>
        <mxCell id="In8fDh9ZLN2M87an2Miy-214" parent="1" style="rhombus;whiteSpace=wrap;html=1;" value="200" vertex="1">
          <mxGeometry height="80" width="80" x="4262.62" y="2590" as="geometry" />
        </mxCell>
        <mxCell id="In8fDh9ZLN2M87an2Miy-223" edge="1" parent="1" source="In8fDh9ZLN2M87an2Miy-222" style="edgeStyle=orthogonalEdgeStyle;rounded=0;orthogonalLoop=1;jettySize=auto;html=1;" target="In8fDh9ZLN2M87an2Miy-134">
          <mxGeometry relative="1" as="geometry" />
        </mxCell>
        <mxCell id="In8fDh9ZLN2M87an2Miy-226" edge="1" parent="1" source="In8fDh9ZLN2M87an2Miy-222" style="edgeStyle=orthogonalEdgeStyle;rounded=0;orthogonalLoop=1;jettySize=auto;html=1;" target="In8fDh9ZLN2M87an2Miy-225" value="">
          <mxGeometry relative="1" as="geometry" />
        </mxCell>
        <mxCell id="In8fDh9ZLN2M87an2Miy-222" parent="1" style="rhombus;whiteSpace=wrap;html=1;" value="loan -&amp;gt; casa &lt;br&gt;amount match" vertex="1">
          <mxGeometry height="156.25" width="155" x="4561.37" y="2201.88" as="geometry" />
        </mxCell>
        <mxCell id="In8fDh9ZLN2M87an2Miy-225" parent="1" style="whiteSpace=wrap;html=1;" value="status = manual_review??" vertex="1">
          <mxGeometry height="60" width="120" x="4578.87" y="2429.995" as="geometry" />
        </mxCell>
        <mxCell id="P7TJZT1PVnBYbLh7lMs1-38" edge="1" parent="1" source="In8fDh9ZLN2M87an2Miy-228" style="edgeStyle=orthogonalEdgeStyle;rounded=0;orthogonalLoop=1;jettySize=auto;html=1;entryX=0.5;entryY=0;entryDx=0;entryDy=0;" target="In8fDh9ZLN2M87an2Miy-233">
          <mxGeometry relative="1" as="geometry" />
        </mxCell>
        <mxCell id="P7TJZT1PVnBYbLh7lMs1-39" edge="1" parent="1" source="In8fDh9ZLN2M87an2Miy-228" style="edgeStyle=orthogonalEdgeStyle;rounded=0;orthogonalLoop=1;jettySize=auto;html=1;" target="In8fDh9ZLN2M87an2Miy-152">
          <mxGeometry relative="1" as="geometry" />
        </mxCell>
        <mxCell id="In8fDh9ZLN2M87an2Miy-228" parent="1" style="rhombus;whiteSpace=wrap;html=1;" value="Polaris&lt;br&gt;/line/&lt;span style=&quot;color: rgb(33, 33, 33); font-family: Inter, system-ui, -apple-system, &amp;quot;system-ui&amp;quot;, &amp;quot;Segoe UI&amp;quot;, Roboto, Oxygen, Ubuntu, Cantarell, &amp;quot;Fira Sans&amp;quot;, &amp;quot;Droid Sans&amp;quot;, Helvetica, Arial, sans-serif; text-align: left; white-space: pre-wrap; background-color: rgb(255, 255, 255);&quot;&gt;getAccountDetail&lt;/span&gt;&lt;br&gt;200" vertex="1">
          <mxGeometry height="225" width="250" x="570" y="1022.5" as="geometry" />
        </mxCell>
        <mxCell id="In8fDh9ZLN2M87an2Miy-236" edge="1" parent="1" source="In8fDh9ZLN2M87an2Miy-233" style="edgeStyle=orthogonalEdgeStyle;rounded=0;orthogonalLoop=1;jettySize=auto;html=1;" target="In8fDh9ZLN2M87an2Miy-235" value="">
          <mxGeometry relative="1" as="geometry" />
        </mxCell>
        <mxCell id="In8fDh9ZLN2M87an2Miy-242" edge="1" parent="1" source="In8fDh9ZLN2M87an2Miy-233" style="edgeStyle=orthogonalEdgeStyle;rounded=0;orthogonalLoop=1;jettySize=auto;html=1;entryX=0;entryY=0.5;entryDx=0;entryDy=0;" target="In8fDh9ZLN2M87an2Miy-241" value="">
          <mxGeometry relative="1" as="geometry">
            <mxPoint x="765" y="1362.5" as="targetPoint" />
          </mxGeometry>
        </mxCell>
        <mxCell id="In8fDh9ZLN2M87an2Miy-233" parent="1" style="rhombus;whiteSpace=wrap;html=1;" value="501" vertex="1">
          <mxGeometry height="80" width="80" x="655" y="1322.5" as="geometry" />
        </mxCell>
        <mxCell id="In8fDh9ZLN2M87an2Miy-238" edge="1" parent="1" source="In8fDh9ZLN2M87an2Miy-235" style="edgeStyle=orthogonalEdgeStyle;rounded=0;orthogonalLoop=1;jettySize=auto;html=1;entryX=0;entryY=0.5;entryDx=0;entryDy=0;" target="In8fDh9ZLN2M87an2Miy-237" value="">
          <mxGeometry relative="1" as="geometry">
            <mxPoint x="835" y="1615" as="targetPoint" />
          </mxGeometry>
        </mxCell>
        <mxCell id="In8fDh9ZLN2M87an2Miy-240" edge="1" parent="1" source="In8fDh9ZLN2M87an2Miy-235" style="edgeStyle=orthogonalEdgeStyle;rounded=0;orthogonalLoop=1;jettySize=auto;html=1;" target="In8fDh9ZLN2M87an2Miy-239" value="">
          <mxGeometry relative="1" as="geometry" />
        </mxCell>
        <mxCell id="In8fDh9ZLN2M87an2Miy-235" parent="1" style="rhombus;whiteSpace=wrap;html=1;" value="timeout, http err" vertex="1">
          <mxGeometry height="125" width="120" x="635" y="1552.5" as="geometry" />
        </mxCell>
        <mxCell id="In8fDh9ZLN2M87an2Miy-237" parent="1" style="whiteSpace=wrap;html=1;" value="return err msg&lt;br&gt;try again" vertex="1">
          <mxGeometry height="60" width="120" x="855" y="1585" as="geometry" />
        </mxCell>
        <mxCell id="In8fDh9ZLN2M87an2Miy-239" parent="1" style="whiteSpace=wrap;html=1;" value="return err msg&lt;br&gt;try again?" vertex="1">
          <mxGeometry height="60" width="120" x="635" y="1740" as="geometry" />
        </mxCell>
        <mxCell id="In8fDh9ZLN2M87an2Miy-241" parent="1" style="whiteSpace=wrap;html=1;" value="return err msg" vertex="1">
          <mxGeometry height="60" width="120" x="845" y="1332.5" as="geometry" />
        </mxCell>
        <mxCell id="P7TJZT1PVnBYbLh7lMs1-3" parent="1" style="whiteSpace=wrap;html=1;rounded=0;" value="Polaris&lt;br&gt;/line/openAccount" vertex="1">
          <mxGeometry height="60" width="120" x="2420" y="210" as="geometry" />
        </mxCell>
        <mxCell id="P7TJZT1PVnBYbLh7lMs1-5" parent="1" style="swimlane;fontStyle=0;childLayout=stackLayout;horizontal=1;startSize=30;horizontalStack=0;resizeParent=1;resizeParentMax=0;resizeLast=0;collapsible=1;marginBottom=0;whiteSpace=wrap;html=1;" value="expected calls in order:" vertex="1">
          <mxGeometry height="210" width="270" x="3160" y="1991.88" as="geometry" />
        </mxCell>
        <mxCell id="P7TJZT1PVnBYbLh7lMs1-6" parent="P7TJZT1PVnBYbLh7lMs1-5" style="text;strokeColor=none;fillColor=none;align=left;verticalAlign=middle;spacingLeft=4;spacingRight=4;overflow=hidden;points=[[0,0.5],[1,0.5]];portConstraint=eastwest;rotatable=0;whiteSpace=wrap;html=1;" value="&lt;span style=&quot;text-align: center;&quot;&gt;/loan/createAccount - no retry&lt;/span&gt;" vertex="1">
          <mxGeometry height="30" width="270" y="30" as="geometry" />
        </mxCell>
        <mxCell id="P7TJZT1PVnBYbLh7lMs1-7" parent="P7TJZT1PVnBYbLh7lMs1-5" style="text;strokeColor=none;fillColor=none;align=left;verticalAlign=middle;spacingLeft=4;spacingRight=4;overflow=hidden;points=[[0,0.5],[1,0.5]];portConstraint=eastwest;rotatable=0;whiteSpace=wrap;html=1;" value="&lt;span style=&quot;text-align: center;&quot;&gt;/loan/&lt;/span&gt;&lt;span style=&quot;background-color: rgb(252, 246, 219); color: rgb(0, 0, 0); font-family: &amp;quot;Anonymous Pro&amp;quot;, Menlo, Consolas, &amp;quot;Bitstream Vera Sans Mono&amp;quot;, &amp;quot;Courier New&amp;quot;, monospace; font-size: 0.9em;&quot;&gt;createNrsSchedule - retry&lt;/span&gt;" vertex="1">
          <mxGeometry height="30" width="270" y="60" as="geometry" />
        </mxCell>
        <mxCell id="P7TJZT1PVnBYbLh7lMs1-8" parent="P7TJZT1PVnBYbLh7lMs1-5" style="text;strokeColor=none;fillColor=none;align=left;verticalAlign=middle;spacingLeft=4;spacingRight=4;overflow=hidden;points=[[0,0.5],[1,0.5]];portConstraint=eastwest;rotatable=0;whiteSpace=wrap;html=1;" value="&lt;span style=&quot;text-align: center;&quot;&gt;/loan/openAccount - retry&lt;/span&gt;" vertex="1">
          <mxGeometry height="30" width="270" y="90" as="geometry" />
        </mxCell>
        <mxCell id="P7TJZT1PVnBYbLh7lMs1-9" parent="P7TJZT1PVnBYbLh7lMs1-5" style="text;strokeColor=none;fillColor=none;align=left;verticalAlign=middle;spacingLeft=4;spacingRight=4;overflow=hidden;points=[[0,0.5],[1,0.5]];portConstraint=eastwest;rotatable=0;whiteSpace=wrap;html=1;" value="&lt;span style=&quot;font-family: &amp;quot;Anonymous Pro&amp;quot;, Menlo, Consolas, &amp;quot;Bitstream Vera Sans Mono&amp;quot;, &amp;quot;Courier New&amp;quot;, monospace; font-size: 10.8px; white-space: pre-wrap;&quot;&gt;&lt;font style=&quot;color: light-dark(rgb(237, 237, 237), rgb(255, 255, 255));&quot;&gt;/line/linkLineAccountToLoan - retry?&lt;/font&gt;&lt;/span&gt;" vertex="1">
          <mxGeometry height="30" width="270" y="120" as="geometry" />
        </mxCell>
        <mxCell id="P7TJZT1PVnBYbLh7lMs1-10" parent="P7TJZT1PVnBYbLh7lMs1-5" style="text;strokeColor=none;fillColor=none;align=left;verticalAlign=middle;spacingLeft=4;spacingRight=4;overflow=hidden;points=[[0,0.5],[1,0.5]];portConstraint=eastwest;rotatable=0;whiteSpace=wrap;html=1;" value="&lt;span style=&quot;text-align: center;&quot;&gt;/loan/&lt;/span&gt;&lt;span style=&quot;white-space: pre-wrap; color: rgb(33, 33, 33); font-family: Inter, system-ui, -apple-system, &amp;quot;system-ui&amp;quot;, &amp;quot;Segoe UI&amp;quot;, Roboto, Oxygen, Ubuntu, Cantarell, &amp;quot;Fira Sans&amp;quot;, &amp;quot;Droid Sans&amp;quot;, Helvetica, Arial, sans-serif; background-color: rgb(255, 255, 255);&quot;&gt;grantLoanNonCash - retry&lt;/span&gt;" vertex="1">
          <mxGeometry height="30" width="270" y="150" as="geometry" />
        </mxCell>
        <mxCell id="P7TJZT1PVnBYbLh7lMs1-11" parent="P7TJZT1PVnBYbLh7lMs1-5" style="text;strokeColor=none;fillColor=none;align=left;verticalAlign=middle;spacingLeft=4;spacingRight=4;overflow=hidden;points=[[0,0.5],[1,0.5]];portConstraint=eastwest;rotatable=0;whiteSpace=wrap;html=1;" value="&lt;font face=&quot;Inter, system-ui, -apple-system, system-ui, Segoe UI, Roboto, Oxygen, Ubuntu, Cantarell, Fira Sans, Droid Sans, Helvetica, Arial, sans-serif&quot; style=&quot;color: light-dark(rgb(188, 188, 188), rgb(255, 255, 255));&quot;&gt;&lt;span style=&quot;white-space-collapse: preserve;&quot;&gt;CGW Trigger ??&lt;/span&gt;&lt;/font&gt;" vertex="1">
          <mxGeometry height="30" width="270" y="180" as="geometry" />
        </mxCell>
        <mxCell id="P7TJZT1PVnBYbLh7lMs1-17" edge="1" parent="1" source="P7TJZT1PVnBYbLh7lMs1-15" style="edgeStyle=orthogonalEdgeStyle;rounded=0;orthogonalLoop=1;jettySize=auto;html=1;" target="P7TJZT1PVnBYbLh7lMs1-16" value="">
          <mxGeometry relative="1" as="geometry" />
        </mxCell>
        <mxCell id="P7TJZT1PVnBYbLh7lMs1-15" parent="1" style="rounded=0;whiteSpace=wrap;html=1;" value="/loan/&lt;span style=&quot;background-color: rgb(252, 246, 219); color: rgb(0, 0, 0); font-family: &amp;quot;Anonymous Pro&amp;quot;, Menlo, Consolas, &amp;quot;Bitstream Vera Sans Mono&amp;quot;, &amp;quot;Courier New&amp;quot;, monospace; font-size: 0.9em; text-align: start;&quot;&gt;getCustomerLoanAccountList&lt;/span&gt;" vertex="1">
          <mxGeometry height="60" width="270" x="2890" y="2243.75" as="geometry" />
        </mxCell>
        <mxCell id="P7TJZT1PVnBYbLh7lMs1-23" edge="1" parent="1" source="P7TJZT1PVnBYbLh7lMs1-16" style="edgeStyle=orthogonalEdgeStyle;rounded=0;orthogonalLoop=1;jettySize=auto;html=1;" target="P7TJZT1PVnBYbLh7lMs1-22" value="">
          <mxGeometry relative="1" as="geometry" />
        </mxCell>
        <mxCell id="P7TJZT1PVnBYbLh7lMs1-33" edge="1" parent="1" source="P7TJZT1PVnBYbLh7lMs1-16" style="edgeStyle=orthogonalEdgeStyle;rounded=0;orthogonalLoop=1;jettySize=auto;html=1;" target="P7TJZT1PVnBYbLh7lMs1-32" value="">
          <mxGeometry relative="1" as="geometry" />
        </mxCell>
        <mxCell id="P7TJZT1PVnBYbLh7lMs1-16" parent="1" style="rhombus;whiteSpace=wrap;html=1;rounded=0;" value="product match&lt;br&gt;amount match&lt;br&gt;status = new" vertex="1">
          <mxGeometry height="190" width="190" x="2930" y="2371.87" as="geometry" />
        </mxCell>
        <mxCell id="P7TJZT1PVnBYbLh7lMs1-25" edge="1" parent="1" source="P7TJZT1PVnBYbLh7lMs1-22" style="edgeStyle=orthogonalEdgeStyle;rounded=0;orthogonalLoop=1;jettySize=auto;html=1;" target="P7TJZT1PVnBYbLh7lMs1-24" value="">
          <mxGeometry relative="1" as="geometry" />
        </mxCell>
        <mxCell id="P7TJZT1PVnBYbLh7lMs1-22" parent="1" style="whiteSpace=wrap;html=1;rounded=0;" value="/loan/&lt;span style=&quot;background-color: rgb(252, 246, 219); color: rgb(0, 0, 0); font-family: &amp;quot;Anonymous Pro&amp;quot;, Menlo, Consolas, &amp;quot;Bitstream Vera Sans Mono&amp;quot;, &amp;quot;Courier New&amp;quot;, monospace; font-size: 0.9em; text-align: start;&quot;&gt;getNrsSchedule&lt;/span&gt;" vertex="1">
          <mxGeometry height="60" width="215" x="3200" y="2436.87" as="geometry" />
        </mxCell>
        <mxCell id="P7TJZT1PVnBYbLh7lMs1-29" edge="1" parent="1" source="P7TJZT1PVnBYbLh7lMs1-24" style="edgeStyle=orthogonalEdgeStyle;rounded=0;orthogonalLoop=1;jettySize=auto;html=1;" target="P7TJZT1PVnBYbLh7lMs1-28" value="">
          <mxGeometry relative="1" as="geometry" />
        </mxCell>
        <mxCell id="P7TJZT1PVnBYbLh7lMs1-31" edge="1" parent="1" source="P7TJZT1PVnBYbLh7lMs1-24" style="edgeStyle=orthogonalEdgeStyle;rounded=0;orthogonalLoop=1;jettySize=auto;html=1;" target="P7TJZT1PVnBYbLh7lMs1-30" value="">
          <mxGeometry relative="1" as="geometry" />
        </mxCell>
        <mxCell id="P7TJZT1PVnBYbLh7lMs1-24" parent="1" style="rhombus;whiteSpace=wrap;html=1;rounded=0;" value="schedule match?" vertex="1">
          <mxGeometry height="115" width="110" x="3510" y="2409.37" as="geometry" />
        </mxCell>
        <mxCell id="P7TJZT1PVnBYbLh7lMs1-28" parent="1" style="whiteSpace=wrap;html=1;rounded=0;" value="/loan/openAccount&amp;nbsp;" vertex="1">
          <mxGeometry height="60" width="155" x="3695" y="2436.87" as="geometry" />
        </mxCell>
        <mxCell id="P7TJZT1PVnBYbLh7lMs1-30" parent="1" style="whiteSpace=wrap;html=1;rounded=0;" value="/loan/&lt;span style=&quot;background-color: rgb(252, 246, 219); color: rgb(0, 0, 0); font-family: &amp;quot;Anonymous Pro&amp;quot;, Menlo, Consolas, &amp;quot;Bitstream Vera Sans Mono&amp;quot;, &amp;quot;Courier New&amp;quot;, monospace; font-size: 0.9em; text-align: start;&quot;&gt;updateNrsSchedule&lt;/span&gt;" vertex="1">
          <mxGeometry height="60" width="195" x="3467.5" y="2631.87" as="geometry" />
        </mxCell>
        <mxCell id="P7TJZT1PVnBYbLh7lMs1-32" parent="1" style="rhombus;whiteSpace=wrap;html=1;rounded=0;" value="product match&lt;br&gt;amount match&lt;br&gt;status = active" vertex="1">
          <mxGeometry height="213.13" width="213.13" x="2918.43" y="2696.87" as="geometry" />
        </mxCell>
      </root>
    </mxGraphModel>
  </diagram>
</mxfile>
